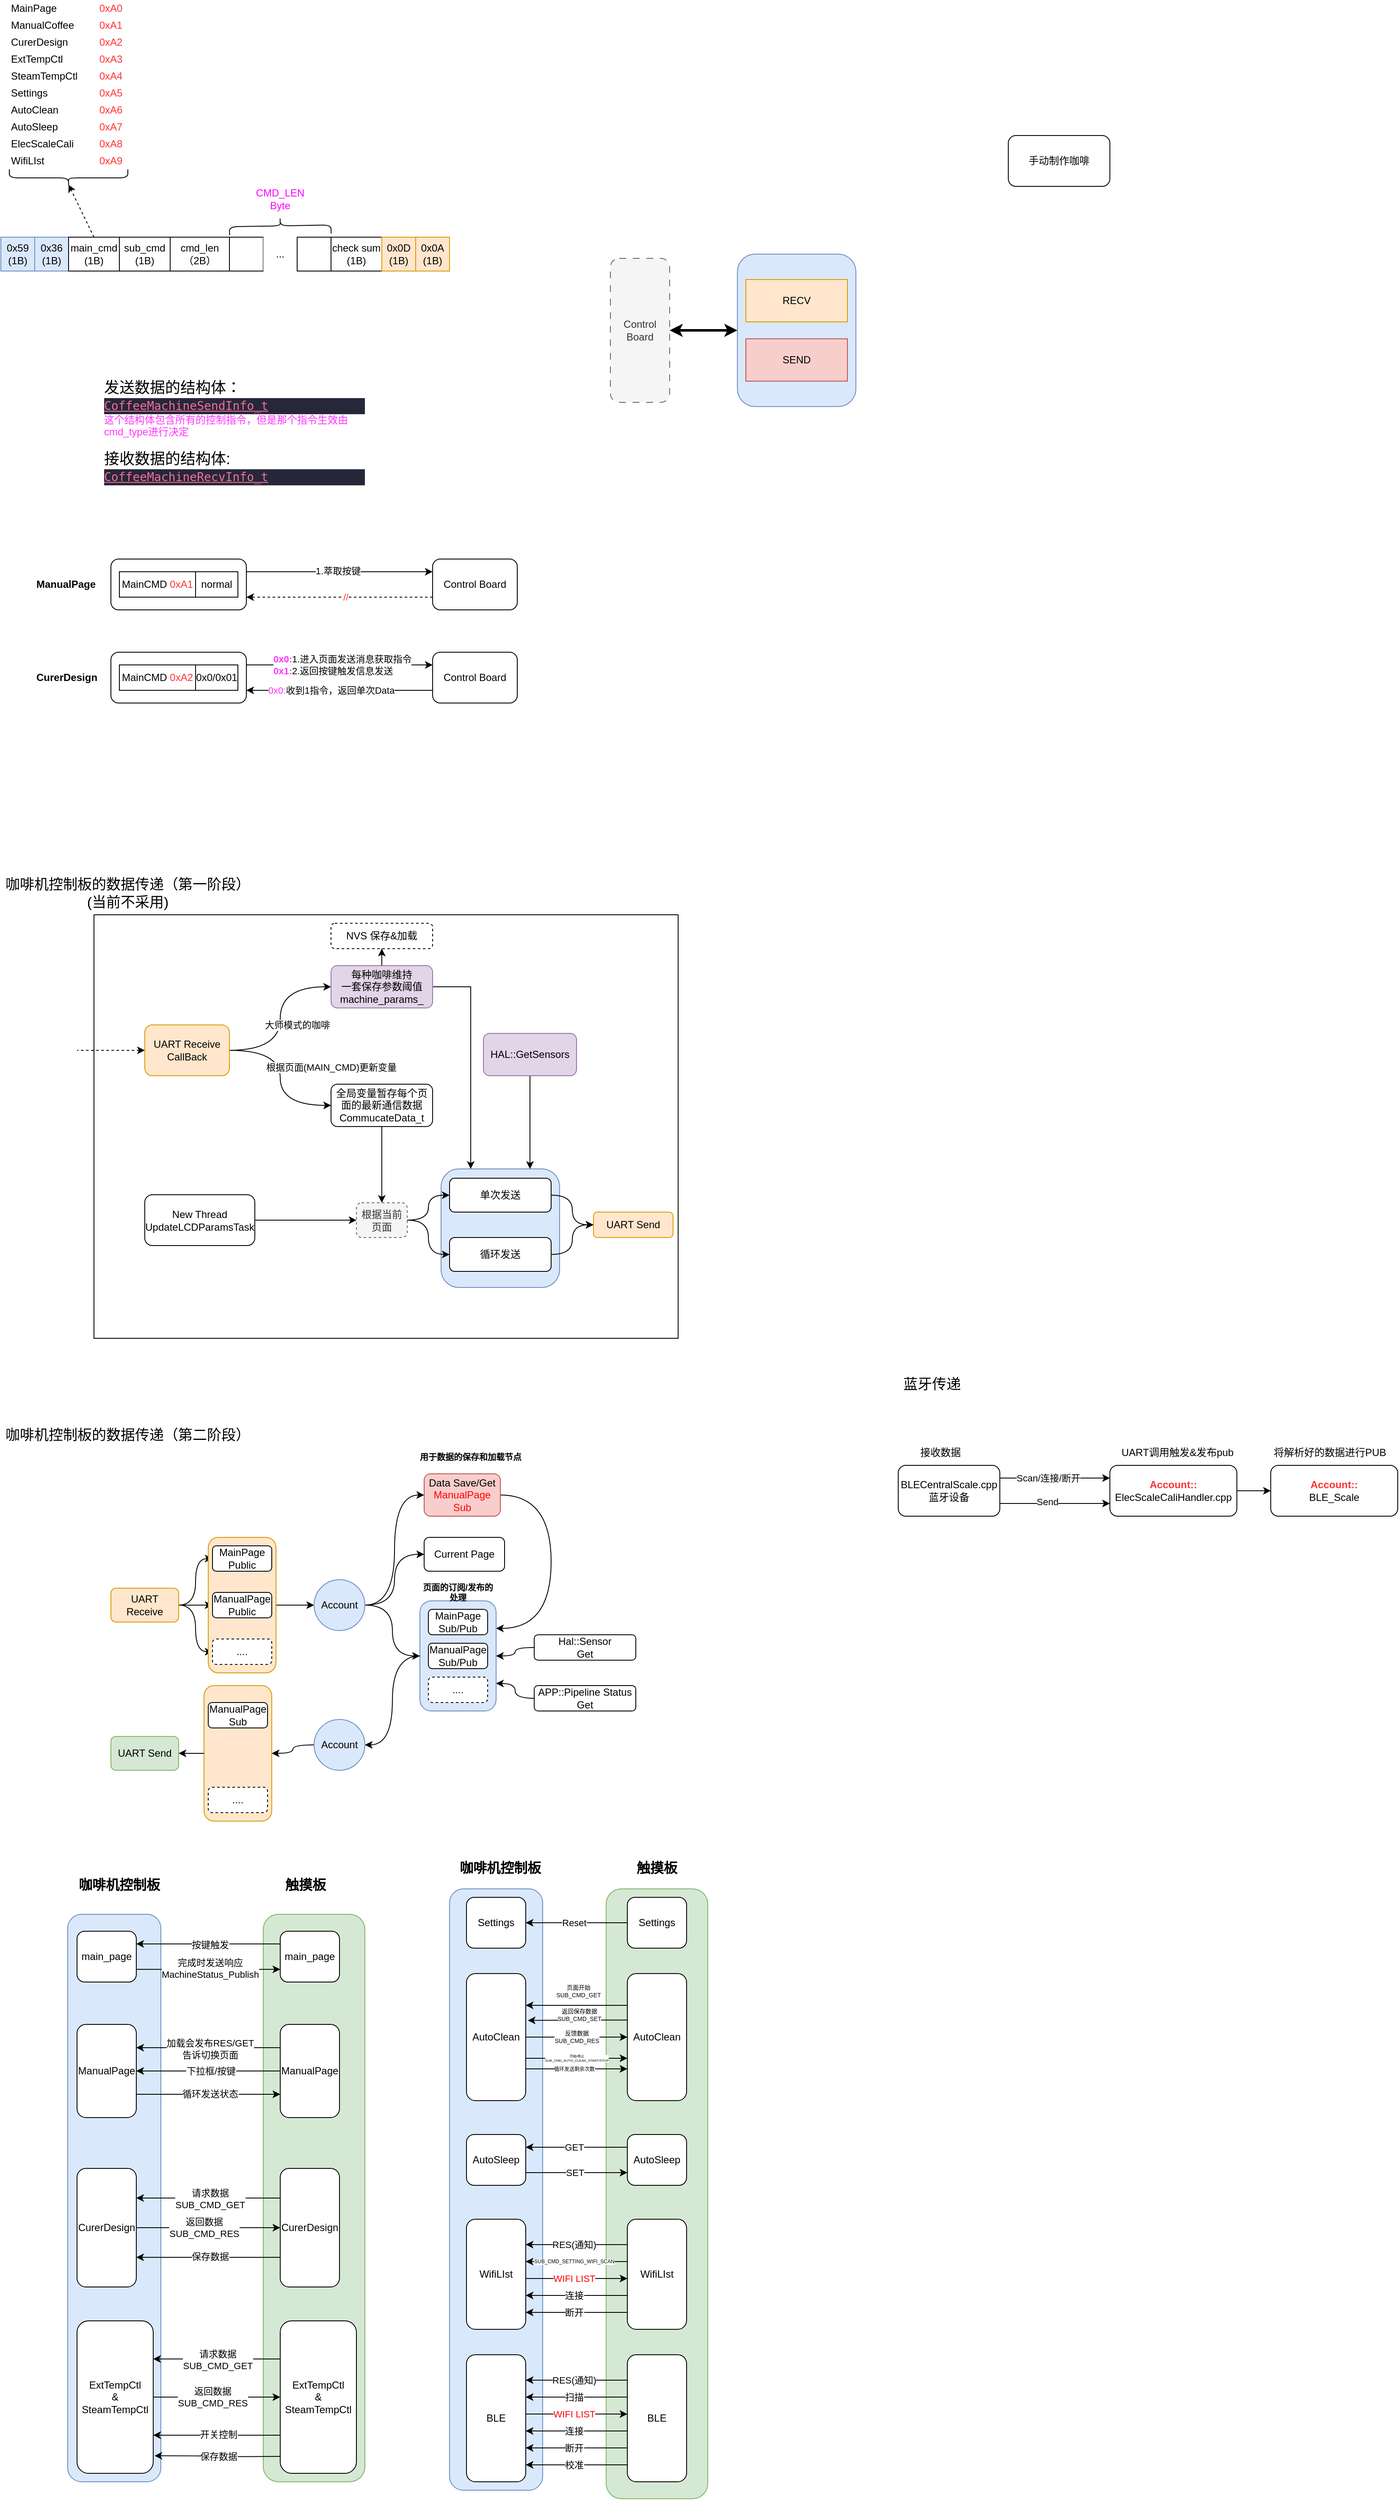
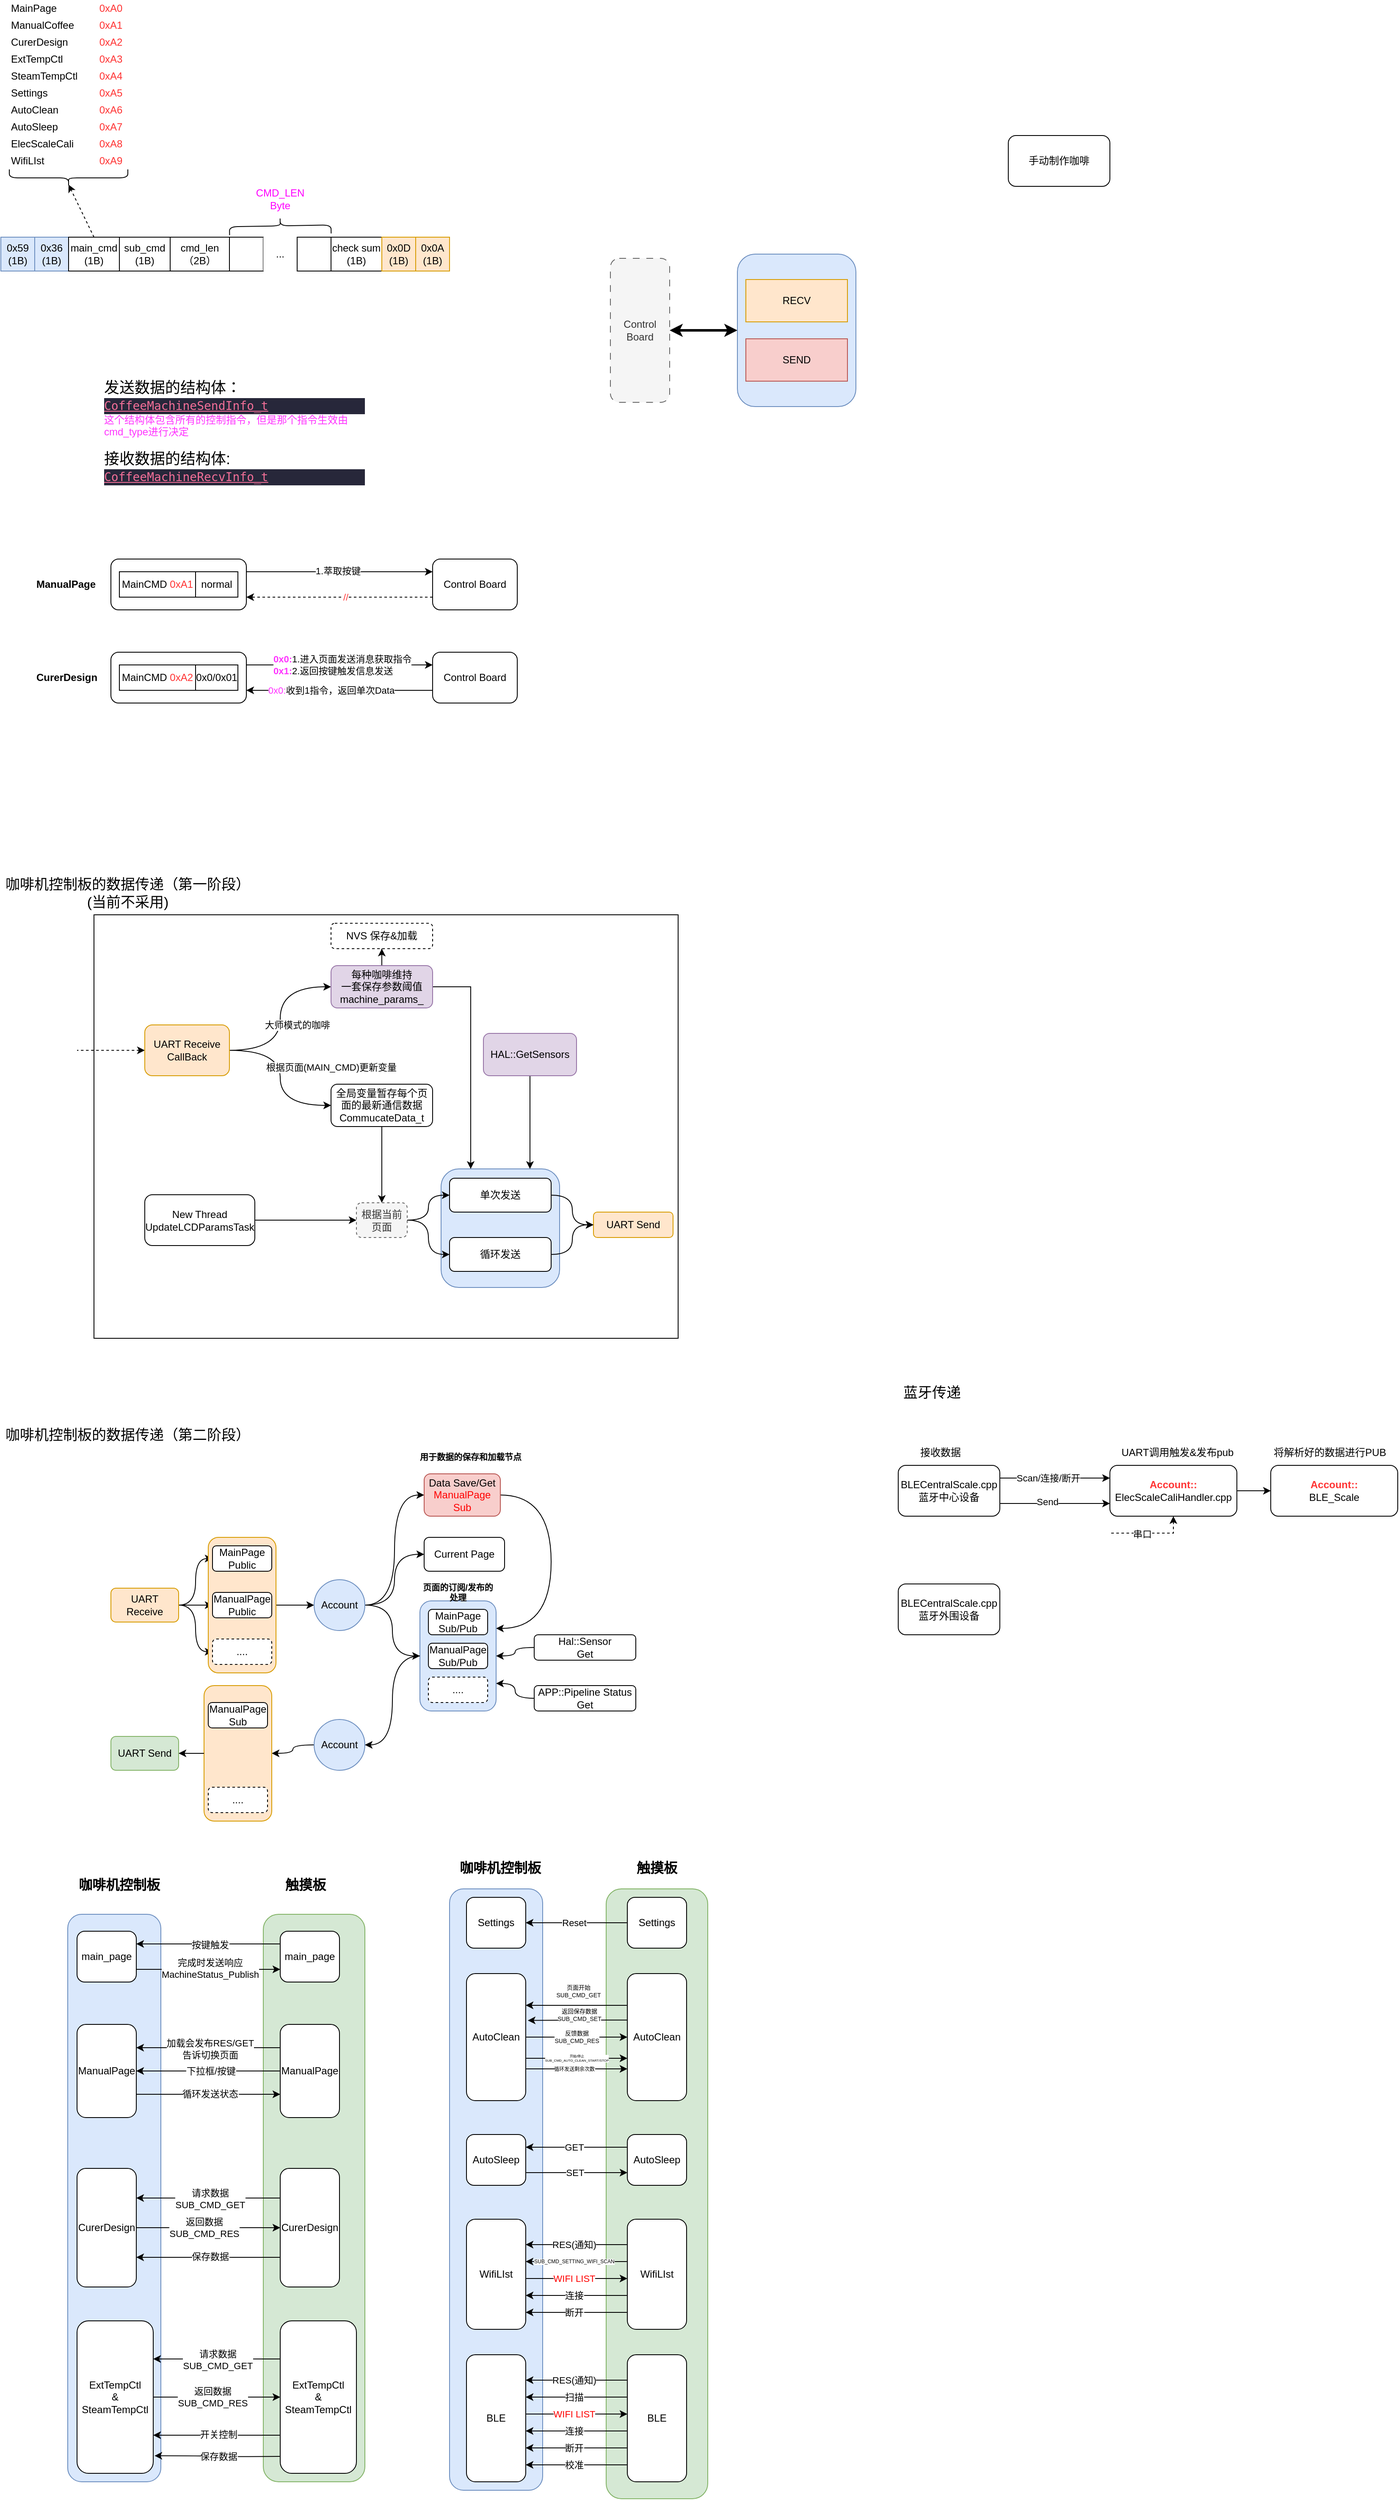
<mxfile host="app.diagrams.net" agent="Mozilla/5.0 (X11; Linux x86_64) AppleWebKit/537.36 (KHTML, like Gecko) Chrome/140.0.0.0 Safari/537.36" version="29.6.0">
  <diagram name="第 1 页" id="YS_H6mL25fh3fKIpdfkU">
-     <mxGraphModel dx="663" dy="368" grid="1" gridSize="10" guides="1" tooltips="1" connect="1" arrows="1" fold="1" page="1" pageScale="1" pageWidth="2339" pageHeight="3300" math="0" shadow="0">
+     <mxGraphModel dx="320" dy="178" grid="1" gridSize="10" guides="1" tooltips="1" connect="1" arrows="1" fold="1" page="1" pageScale="1" pageWidth="2339" pageHeight="3300" math="0" shadow="0">
      <root>
        <mxCell id="0" />
        <mxCell id="1" parent="0" />
        <mxCell id="So0UA55S36cV1F2LpzZS-79" parent="1" style="rounded=1;whiteSpace=wrap;html=1;fillColor=#dae8fc;strokeColor=#6c8ebf;" value="" vertex="1">
          <mxGeometry height="710" width="110" x="540" y="2430" as="geometry" />
        </mxCell>
        <mxCell id="So0UA55S36cV1F2LpzZS-78" parent="1" style="rounded=1;whiteSpace=wrap;html=1;fillColor=#d5e8d4;strokeColor=#82b366;" value="" vertex="1">
          <mxGeometry height="720" width="120" x="725" y="2430" as="geometry" />
        </mxCell>
        <mxCell id="So0UA55S36cV1F2LpzZS-27" parent="1" style="rounded=1;whiteSpace=wrap;html=1;fillColor=#d5e8d4;strokeColor=#82b366;" value="" vertex="1">
          <mxGeometry height="670" width="120" x="320" y="2460" as="geometry" />
        </mxCell>
        <mxCell id="So0UA55S36cV1F2LpzZS-26" parent="1" style="rounded=1;whiteSpace=wrap;html=1;fillColor=#dae8fc;strokeColor=#6c8ebf;" value="" vertex="1">
          <mxGeometry height="670" width="110" x="89" y="2460" as="geometry" />
        </mxCell>
        <mxCell id="2UAaex6_is9iRHGtf3RM-1" parent="1" style="rounded=0;whiteSpace=wrap;html=1;" value="" vertex="1">
          <mxGeometry height="500" width="690" x="120" y="1280" as="geometry" />
        </mxCell>
        <mxCell id="QHgMQiRaE8kp91t9TFko-46" edge="1" parent="1" source="QHgMQiRaE8kp91t9TFko-44" style="edgeStyle=orthogonalEdgeStyle;curved=1;rounded=0;orthogonalLoop=1;jettySize=auto;html=1;exitX=1;exitY=0.5;exitDx=0;exitDy=0;entryX=0;entryY=0.5;entryDx=0;entryDy=0;" target="QHgMQiRaE8kp91t9TFko-20">
          <mxGeometry relative="1" as="geometry" />
        </mxCell>
        <mxCell id="QHgMQiRaE8kp91t9TFko-8" parent="1" style="rounded=1;whiteSpace=wrap;html=1;fillColor=#dae8fc;strokeColor=#6c8ebf;" value="" vertex="1">
          <mxGeometry height="140" width="140" x="530" y="1580" as="geometry" />
        </mxCell>
        <mxCell id="LW7SI0gk3JkEk94tFt96-5" edge="1" parent="1" source="LW7SI0gk3JkEk94tFt96-3" style="edgeStyle=orthogonalEdgeStyle;rounded=0;orthogonalLoop=1;jettySize=auto;html=1;exitX=1;exitY=0.25;exitDx=0;exitDy=0;entryX=0;entryY=0.25;entryDx=0;entryDy=0;" target="LW7SI0gk3JkEk94tFt96-4">
          <mxGeometry relative="1" as="geometry" />
        </mxCell>
        <mxCell id="LW7SI0gk3JkEk94tFt96-7" connectable="0" parent="LW7SI0gk3JkEk94tFt96-5" style="edgeLabel;html=1;align=center;verticalAlign=middle;resizable=0;points=[];" value="1.萃取按键" vertex="1">
          <mxGeometry relative="1" x="-0.0226" y="1" as="geometry">
            <mxPoint as="offset" />
          </mxGeometry>
        </mxCell>
        <mxCell id="LW7SI0gk3JkEk94tFt96-3" parent="1" style="rounded=1;whiteSpace=wrap;html=1;" value="" vertex="1">
          <mxGeometry height="60" width="160" x="140" y="860" as="geometry" />
        </mxCell>
        <mxCell id="E0zu7Y5M0wVkiJI-4bCJ-4" parent="1" style="rounded=1;whiteSpace=wrap;html=1;fillColor=#dae8fc;strokeColor=#6c8ebf;" value="" vertex="1">
          <mxGeometry height="180" width="140" x="880" y="500" as="geometry" />
        </mxCell>
        <mxCell id="ZfkO5bAba6AxOlsboeHB-1" parent="1" style="rounded=0;whiteSpace=wrap;html=1;fillColor=#dae8fc;strokeColor=#6c8ebf;" value="0x59&lt;br&gt;(1B)" vertex="1">
          <mxGeometry height="40" width="40" x="10" y="480" as="geometry" />
        </mxCell>
        <mxCell id="ZfkO5bAba6AxOlsboeHB-2" parent="1" style="rounded=0;whiteSpace=wrap;html=1;fillColor=#dae8fc;strokeColor=#6c8ebf;" value="0x36&lt;br&gt;(1B)" vertex="1">
          <mxGeometry height="40" width="40" x="50" y="480" as="geometry" />
        </mxCell>
        <mxCell id="ZfkO5bAba6AxOlsboeHB-3" parent="1" style="rounded=0;whiteSpace=wrap;html=1;" value="cmd_len&lt;br&gt;（2B）" vertex="1">
          <mxGeometry height="40" width="70" x="210" y="480" as="geometry" />
        </mxCell>
        <mxCell id="wmODB4DJ2BbZmpBUl9iy-1" parent="1" style="rounded=0;whiteSpace=wrap;html=1;" value="sub_cmd&lt;br&gt;(1B)" vertex="1">
          <mxGeometry height="40" width="60" x="150" y="480" as="geometry" />
        </mxCell>
        <mxCell id="wmODB4DJ2BbZmpBUl9iy-3" parent="1" style="rounded=0;whiteSpace=wrap;html=1;" value="" vertex="1">
          <mxGeometry height="40" width="40" x="280" y="480" as="geometry" />
        </mxCell>
        <mxCell id="wmODB4DJ2BbZmpBUl9iy-4" parent="1" style="rounded=0;whiteSpace=wrap;html=1;gradientColor=none;strokeColor=none;" value="..." vertex="1">
          <mxGeometry height="40" width="40" x="320" y="480" as="geometry" />
        </mxCell>
        <mxCell id="wmODB4DJ2BbZmpBUl9iy-5" parent="1" style="rounded=0;whiteSpace=wrap;html=1;" value="" vertex="1">
          <mxGeometry height="40" width="40" x="360" y="480" as="geometry" />
        </mxCell>
        <mxCell id="wmODB4DJ2BbZmpBUl9iy-6" parent="1" style="rounded=0;whiteSpace=wrap;html=1;" value="check sum&lt;br&gt;(1B)" vertex="1">
          <mxGeometry height="40" width="60" x="400" y="480" as="geometry" />
        </mxCell>
        <mxCell id="wmODB4DJ2BbZmpBUl9iy-7" parent="1" style="shape=curlyBracket;whiteSpace=wrap;html=1;rounded=1;labelPosition=left;verticalLabelPosition=middle;align=right;verticalAlign=middle;rotation=89;" value="" vertex="1">
          <mxGeometry height="120" width="20" x="330" y="406.65" as="geometry" />
        </mxCell>
        <mxCell id="wmODB4DJ2BbZmpBUl9iy-8" parent="1" style="text;html=1;whiteSpace=wrap;strokeColor=none;fillColor=none;align=center;verticalAlign=middle;rounded=0;fontColor=#FF00FF;" value="CMD_LEN Byte" vertex="1">
          <mxGeometry height="30" width="60" x="310" y="420" as="geometry" />
        </mxCell>
        <mxCell id="wmODB4DJ2BbZmpBUl9iy-9" parent="1" style="rounded=0;whiteSpace=wrap;html=1;fillColor=#ffe6cc;strokeColor=#d79b00;" value="0x0D&lt;br&gt;(1B)" vertex="1">
          <mxGeometry height="40" width="40" x="460" y="480" as="geometry" />
        </mxCell>
        <mxCell id="wmODB4DJ2BbZmpBUl9iy-10" parent="1" style="rounded=0;whiteSpace=wrap;html=1;fillColor=#ffe6cc;strokeColor=#d79b00;" value="0x0A&lt;br&gt;(1B)" vertex="1">
          <mxGeometry height="40" width="40" x="500" y="480" as="geometry" />
        </mxCell>
        <mxCell id="E0zu7Y5M0wVkiJI-4bCJ-1" parent="1" style="text;html=1;whiteSpace=wrap;strokeColor=none;fillColor=none;align=left;verticalAlign=middle;rounded=0;" value="&lt;font style=&quot;font-size: 18px;&quot;&gt;发送数据的结构体：&lt;/font&gt;&lt;br&gt;&lt;div style=&quot;color: rgb(252, 246, 255); background-color: rgb(39, 39, 58); font-family: &amp;quot;Droid Sans Mono&amp;quot;, &amp;quot;monospace&amp;quot;, monospace; font-size: 14px; line-height: 19px; white-space: pre;&quot;&gt;&lt;span style=&quot;color: rgb(243, 111, 152); text-decoration-line: underline;&quot;&gt;CoffeeMachineSendInfo_t&lt;/span&gt;&lt;/div&gt;&lt;font style=&quot;color: rgb(255, 51, 255);&quot;&gt;这个结构体包含所有的控制指令，但是那个指令生效由cmd_type进行决定&lt;/font&gt;&lt;br&gt;&lt;br&gt;&lt;font style=&quot;font-size: 18px;&quot;&gt;接收数据的结构体:&lt;/font&gt;&lt;br&gt;&lt;div style=&quot;color: rgb(252, 246, 255); background-color: rgb(39, 39, 58); font-family: &amp;quot;Droid Sans Mono&amp;quot;, &amp;quot;monospace&amp;quot;, monospace; font-size: 14px; line-height: 19px; white-space: pre;&quot;&gt;&lt;span style=&quot;color: rgb(243, 111, 152); text-decoration-line: underline;&quot;&gt;CoffeeMachineRecvInfo_t&lt;/span&gt;&lt;/div&gt;" vertex="1">
          <mxGeometry height="200" width="310" x="130" y="610" as="geometry" />
        </mxCell>
        <mxCell id="E0zu7Y5M0wVkiJI-4bCJ-2" parent="1" style="rounded=0;whiteSpace=wrap;html=1;fillColor=#ffe6cc;strokeColor=#d79b00;" value="RECV" vertex="1">
          <mxGeometry height="50" width="120" x="890" y="530" as="geometry" />
        </mxCell>
        <mxCell id="E0zu7Y5M0wVkiJI-4bCJ-3" parent="1" style="rounded=0;whiteSpace=wrap;html=1;fillColor=#f8cecc;strokeColor=#b85450;" value="SEND" vertex="1">
          <mxGeometry height="50" width="120" x="890" y="600" as="geometry" />
        </mxCell>
        <mxCell id="E0zu7Y5M0wVkiJI-4bCJ-6" edge="1" parent="1" source="E0zu7Y5M0wVkiJI-4bCJ-5" style="edgeStyle=orthogonalEdgeStyle;rounded=0;orthogonalLoop=1;jettySize=auto;html=1;exitX=1;exitY=0.5;exitDx=0;exitDy=0;entryX=0;entryY=0.5;entryDx=0;entryDy=0;startArrow=classic;startFill=1;strokeWidth=3;" target="E0zu7Y5M0wVkiJI-4bCJ-4">
          <mxGeometry relative="1" as="geometry" />
        </mxCell>
        <mxCell id="E0zu7Y5M0wVkiJI-4bCJ-5" parent="1" style="rounded=1;whiteSpace=wrap;html=1;rotation=0;dashed=1;dashPattern=8 8;fillColor=#f5f5f5;fontColor=#333333;strokeColor=#666666;" value="Control Board" vertex="1">
          <mxGeometry height="170" width="70" x="730" y="505" as="geometry" />
        </mxCell>
        <mxCell id="E0zu7Y5M0wVkiJI-4bCJ-7" parent="1" style="rounded=1;whiteSpace=wrap;html=1;" value="手动制作咖啡" vertex="1">
          <mxGeometry height="60" width="120" x="1200" y="360" as="geometry" />
        </mxCell>
        <mxCell id="E0zu7Y5M0wVkiJI-4bCJ-13" parent="1" style="rounded=0;whiteSpace=wrap;html=1;" value="main_cmd&lt;br&gt;(1B)" vertex="1">
          <mxGeometry height="40" width="60" x="90" y="480" as="geometry" />
        </mxCell>
        <mxCell id="E0zu7Y5M0wVkiJI-4bCJ-14" parent="1" style="text;html=1;whiteSpace=wrap;strokeColor=none;fillColor=none;align=left;verticalAlign=middle;rounded=0;" value="MainPage" vertex="1">
          <mxGeometry height="20" width="60" x="20" y="200" as="geometry" />
        </mxCell>
        <mxCell id="E0zu7Y5M0wVkiJI-4bCJ-15" parent="1" style="text;html=1;whiteSpace=wrap;strokeColor=none;fillColor=none;align=left;verticalAlign=middle;rounded=0;" value="ManualCoffee" vertex="1">
          <mxGeometry height="20" width="80" x="20" y="220" as="geometry" />
        </mxCell>
        <mxCell id="E0zu7Y5M0wVkiJI-4bCJ-16" parent="1" style="text;html=1;whiteSpace=wrap;strokeColor=none;fillColor=none;align=left;verticalAlign=middle;rounded=0;" value="CurerDesign" vertex="1">
          <mxGeometry height="20" width="70" x="20" y="240" as="geometry" />
        </mxCell>
        <mxCell id="E0zu7Y5M0wVkiJI-4bCJ-17" parent="1" style="text;html=1;whiteSpace=wrap;strokeColor=none;fillColor=none;align=left;verticalAlign=middle;rounded=0;" value="ExtTempCtl" vertex="1">
          <mxGeometry height="20" width="70" x="20" y="260" as="geometry" />
        </mxCell>
        <mxCell id="E0zu7Y5M0wVkiJI-4bCJ-18" parent="1" style="text;html=1;whiteSpace=wrap;strokeColor=none;fillColor=none;align=left;verticalAlign=middle;rounded=0;" value="SteamTempCtl" vertex="1">
          <mxGeometry height="20" width="80" x="20" y="280" as="geometry" />
        </mxCell>
        <mxCell id="E0zu7Y5M0wVkiJI-4bCJ-19" parent="1" style="text;html=1;whiteSpace=wrap;strokeColor=none;fillColor=none;align=left;verticalAlign=middle;rounded=0;" value="Settings" vertex="1">
          <mxGeometry height="20" width="80" x="20" y="300" as="geometry" />
        </mxCell>
        <mxCell id="E0zu7Y5M0wVkiJI-4bCJ-20" parent="1" style="text;html=1;whiteSpace=wrap;strokeColor=none;fillColor=none;align=left;verticalAlign=middle;rounded=0;" value="AutoClean" vertex="1">
          <mxGeometry height="20" width="80" x="20" y="320" as="geometry" />
        </mxCell>
        <mxCell id="E0zu7Y5M0wVkiJI-4bCJ-21" parent="1" style="text;html=1;whiteSpace=wrap;strokeColor=none;fillColor=none;align=left;verticalAlign=middle;rounded=0;" value="AutoSleep" vertex="1">
          <mxGeometry height="20" width="80" x="20" y="340" as="geometry" />
        </mxCell>
        <mxCell id="E0zu7Y5M0wVkiJI-4bCJ-22" parent="1" style="text;html=1;whiteSpace=wrap;strokeColor=none;fillColor=none;align=left;verticalAlign=middle;rounded=0;" value="WifiLIst" vertex="1">
          <mxGeometry height="20" width="80" x="20" y="380" as="geometry" />
        </mxCell>
        <mxCell id="E0zu7Y5M0wVkiJI-4bCJ-23" parent="1" style="text;html=1;whiteSpace=wrap;strokeColor=none;fillColor=none;align=left;verticalAlign=middle;rounded=0;" value="ElecScaleCali" vertex="1">
          <mxGeometry height="20" width="80" x="20" y="360" as="geometry" />
        </mxCell>
        <mxCell id="E0zu7Y5M0wVkiJI-4bCJ-24" parent="1" style="text;html=1;whiteSpace=wrap;strokeColor=none;fillColor=none;align=center;verticalAlign=middle;rounded=0;fontColor=#FF3333;" value="0xA0" vertex="1">
          <mxGeometry height="15" width="60" x="110" y="202.5" as="geometry" />
        </mxCell>
        <mxCell id="E0zu7Y5M0wVkiJI-4bCJ-25" parent="1" style="text;html=1;whiteSpace=wrap;strokeColor=none;fillColor=none;align=center;verticalAlign=middle;rounded=0;fontColor=#FF3333;" value="0xA1" vertex="1">
          <mxGeometry height="15" width="60" x="110" y="222.5" as="geometry" />
        </mxCell>
        <mxCell id="E0zu7Y5M0wVkiJI-4bCJ-26" parent="1" style="text;html=1;whiteSpace=wrap;strokeColor=none;fillColor=none;align=center;verticalAlign=middle;rounded=0;fontColor=#FF3333;" value="0xA2" vertex="1">
          <mxGeometry height="15" width="60" x="110" y="242.5" as="geometry" />
        </mxCell>
        <mxCell id="E0zu7Y5M0wVkiJI-4bCJ-27" parent="1" style="text;html=1;whiteSpace=wrap;strokeColor=none;fillColor=none;align=center;verticalAlign=middle;rounded=0;fontColor=#FF3333;" value="0xA3" vertex="1">
          <mxGeometry height="15" width="60" x="110" y="262.5" as="geometry" />
        </mxCell>
        <mxCell id="E0zu7Y5M0wVkiJI-4bCJ-28" parent="1" style="text;html=1;whiteSpace=wrap;strokeColor=none;fillColor=none;align=center;verticalAlign=middle;rounded=0;fontColor=#FF3333;" value="0xA4" vertex="1">
          <mxGeometry height="15" width="60" x="110" y="282.5" as="geometry" />
        </mxCell>
        <mxCell id="E0zu7Y5M0wVkiJI-4bCJ-29" parent="1" style="text;html=1;whiteSpace=wrap;strokeColor=none;fillColor=none;align=center;verticalAlign=middle;rounded=0;fontColor=#FF3333;" value="0xA5" vertex="1">
          <mxGeometry height="15" width="60" x="110" y="302.5" as="geometry" />
        </mxCell>
        <mxCell id="E0zu7Y5M0wVkiJI-4bCJ-30" parent="1" style="text;html=1;whiteSpace=wrap;strokeColor=none;fillColor=none;align=center;verticalAlign=middle;rounded=0;fontColor=#FF3333;" value="0xA6" vertex="1">
          <mxGeometry height="15" width="60" x="110" y="322.5" as="geometry" />
        </mxCell>
        <mxCell id="E0zu7Y5M0wVkiJI-4bCJ-31" parent="1" style="text;html=1;whiteSpace=wrap;strokeColor=none;fillColor=none;align=center;verticalAlign=middle;rounded=0;fontColor=#FF3333;" value="0xA7" vertex="1">
          <mxGeometry height="15" width="60" x="110" y="342.5" as="geometry" />
        </mxCell>
        <mxCell id="E0zu7Y5M0wVkiJI-4bCJ-32" parent="1" style="text;html=1;whiteSpace=wrap;strokeColor=none;fillColor=none;align=center;verticalAlign=middle;rounded=0;fontColor=#FF3333;" value="0xA8" vertex="1">
          <mxGeometry height="15" width="60" x="110" y="362.5" as="geometry" />
        </mxCell>
        <mxCell id="E0zu7Y5M0wVkiJI-4bCJ-33" parent="1" style="text;html=1;whiteSpace=wrap;strokeColor=none;fillColor=none;align=center;verticalAlign=middle;rounded=0;fontColor=#FF3333;" value="0xA9" vertex="1">
          <mxGeometry height="15" width="60" x="110" y="382.5" as="geometry" />
        </mxCell>
        <mxCell id="E0zu7Y5M0wVkiJI-4bCJ-34" parent="1" style="shape=curlyBracket;whiteSpace=wrap;html=1;rounded=1;labelPosition=left;verticalLabelPosition=middle;align=right;verticalAlign=middle;rotation=-90;" value="" vertex="1">
          <mxGeometry height="140" width="20" x="80" y="340" as="geometry" />
        </mxCell>
        <mxCell id="E0zu7Y5M0wVkiJI-4bCJ-36" edge="1" parent="1" source="E0zu7Y5M0wVkiJI-4bCJ-13" style="rounded=0;orthogonalLoop=1;jettySize=auto;html=1;exitX=0.5;exitY=0;exitDx=0;exitDy=0;entryX=0.1;entryY=0.5;entryDx=0;entryDy=0;entryPerimeter=0;dashed=1;" target="E0zu7Y5M0wVkiJI-4bCJ-34">
          <mxGeometry relative="1" as="geometry" />
        </mxCell>
        <mxCell id="E0zu7Y5M0wVkiJI-4bCJ-37" parent="1" style="text;html=1;whiteSpace=wrap;strokeColor=none;fillColor=none;align=left;verticalAlign=middle;rounded=0;fontStyle=1" value="ManualPage" vertex="1">
          <mxGeometry height="20" width="60" x="50" y="880" as="geometry" />
        </mxCell>
        <mxCell id="LW7SI0gk3JkEk94tFt96-1" parent="1" style="rounded=0;whiteSpace=wrap;html=1;" value="&lt;span style=&quot;text-align: left;&quot;&gt;MainCMD&amp;nbsp;&lt;/span&gt;&lt;span style=&quot;color: rgb(255, 51, 51);&quot;&gt;0xA1&lt;/span&gt;" vertex="1">
          <mxGeometry height="30" width="90" x="150" y="875" as="geometry" />
        </mxCell>
        <mxCell id="LW7SI0gk3JkEk94tFt96-2" parent="1" style="rounded=0;whiteSpace=wrap;html=1;" value="&lt;div style=&quot;text-align: left;&quot;&gt;normal&lt;/div&gt;" vertex="1">
          <mxGeometry height="30" width="50" x="240" y="875" as="geometry" />
        </mxCell>
        <mxCell id="LW7SI0gk3JkEk94tFt96-6" edge="1" parent="1" source="LW7SI0gk3JkEk94tFt96-4" style="edgeStyle=orthogonalEdgeStyle;rounded=0;orthogonalLoop=1;jettySize=auto;html=1;exitX=0;exitY=0.75;exitDx=0;exitDy=0;entryX=1;entryY=0.75;entryDx=0;entryDy=0;dashed=1;" target="LW7SI0gk3JkEk94tFt96-3">
          <mxGeometry relative="1" as="geometry" />
        </mxCell>
        <mxCell id="LW7SI0gk3JkEk94tFt96-8" connectable="0" parent="LW7SI0gk3JkEk94tFt96-6" style="edgeLabel;html=1;align=center;verticalAlign=middle;resizable=0;points=[];" value="&lt;font style=&quot;color: rgb(255, 51, 51);&quot;&gt;//&lt;/font&gt;" vertex="1">
          <mxGeometry relative="1" x="-0.0607" as="geometry">
            <mxPoint as="offset" />
          </mxGeometry>
        </mxCell>
        <mxCell id="LW7SI0gk3JkEk94tFt96-4" parent="1" style="rounded=1;whiteSpace=wrap;html=1;" value="Control Board" vertex="1">
          <mxGeometry height="60" width="100" x="520" y="860" as="geometry" />
        </mxCell>
        <mxCell id="LW7SI0gk3JkEk94tFt96-9" edge="1" parent="1" source="LW7SI0gk3JkEk94tFt96-11" style="edgeStyle=orthogonalEdgeStyle;rounded=0;orthogonalLoop=1;jettySize=auto;html=1;exitX=1;exitY=0.25;exitDx=0;exitDy=0;entryX=0;entryY=0.25;entryDx=0;entryDy=0;" target="LW7SI0gk3JkEk94tFt96-17">
          <mxGeometry relative="1" as="geometry" />
        </mxCell>
        <mxCell id="LW7SI0gk3JkEk94tFt96-10" connectable="0" parent="LW7SI0gk3JkEk94tFt96-9" style="edgeLabel;html=1;align=left;verticalAlign=middle;resizable=0;points=[];" value="&lt;b&gt;&lt;font style=&quot;color: rgb(255, 51, 255);&quot;&gt;0x0:&lt;/font&gt;&lt;/b&gt;1.进入页面发送消息获取指令&lt;br&gt;&lt;b&gt;&lt;font style=&quot;color: rgb(255, 51, 255);&quot;&gt;0x1:&lt;/font&gt;&lt;/b&gt;2.返回按键触发信息发送" vertex="1">
          <mxGeometry relative="1" x="-0.0226" y="1" as="geometry">
            <mxPoint x="-78" y="1" as="offset" />
          </mxGeometry>
        </mxCell>
        <mxCell id="LW7SI0gk3JkEk94tFt96-11" parent="1" style="rounded=1;whiteSpace=wrap;html=1;" value="" vertex="1">
          <mxGeometry height="60" width="160" x="140" y="970" as="geometry" />
        </mxCell>
        <mxCell id="LW7SI0gk3JkEk94tFt96-12" parent="1" style="text;html=1;whiteSpace=wrap;strokeColor=none;fillColor=none;align=left;verticalAlign=middle;rounded=0;fontStyle=1" value="CurerDesign" vertex="1">
          <mxGeometry height="20" width="60" x="50" y="990" as="geometry" />
        </mxCell>
        <mxCell id="LW7SI0gk3JkEk94tFt96-13" parent="1" style="rounded=0;whiteSpace=wrap;html=1;" value="&lt;span style=&quot;text-align: left;&quot;&gt;MainCMD&amp;nbsp;&lt;/span&gt;&lt;span style=&quot;color: rgb(255, 51, 51);&quot;&gt;0xA2&lt;/span&gt;" vertex="1">
          <mxGeometry height="30" width="90" x="150" y="985" as="geometry" />
        </mxCell>
        <mxCell id="LW7SI0gk3JkEk94tFt96-14" parent="1" style="rounded=0;whiteSpace=wrap;html=1;" value="&lt;div style=&quot;text-align: left;&quot;&gt;0x0/0x01&lt;/div&gt;" vertex="1">
          <mxGeometry height="30" width="50" x="240" y="985" as="geometry" />
        </mxCell>
        <mxCell id="LW7SI0gk3JkEk94tFt96-15" edge="1" parent="1" source="LW7SI0gk3JkEk94tFt96-17" style="edgeStyle=orthogonalEdgeStyle;rounded=0;orthogonalLoop=1;jettySize=auto;html=1;exitX=0;exitY=0.75;exitDx=0;exitDy=0;entryX=1;entryY=0.75;entryDx=0;entryDy=0;" target="LW7SI0gk3JkEk94tFt96-11">
          <mxGeometry relative="1" as="geometry" />
        </mxCell>
        <mxCell id="LW7SI0gk3JkEk94tFt96-20" connectable="0" parent="LW7SI0gk3JkEk94tFt96-15" style="edgeLabel;html=1;align=center;verticalAlign=middle;resizable=0;points=[];" value="&lt;font style=&quot;color: rgb(255, 51, 255);&quot;&gt;0x0:&lt;/font&gt;收到1指令，返回单次Data" vertex="1">
          <mxGeometry relative="1" x="0.2375" y="-1" as="geometry">
            <mxPoint x="16" y="1" as="offset" />
          </mxGeometry>
        </mxCell>
        <mxCell id="LW7SI0gk3JkEk94tFt96-17" parent="1" style="rounded=1;whiteSpace=wrap;html=1;" value="Control Board" vertex="1">
          <mxGeometry height="60" width="100" x="520" y="970" as="geometry" />
        </mxCell>
        <mxCell id="J33PR6cPvQYWGb48CCDG-5" edge="1" parent="1" source="J33PR6cPvQYWGb48CCDG-1" style="edgeStyle=orthogonalEdgeStyle;rounded=0;orthogonalLoop=1;jettySize=auto;html=1;exitX=0;exitY=0.5;exitDx=0;exitDy=0;startArrow=classic;startFill=1;endArrow=none;endFill=0;dashed=1;">
          <mxGeometry relative="1" as="geometry">
            <Array as="points">
              <mxPoint x="100" y="1440" />
            </Array>
            <mxPoint x="100" y="1440" as="targetPoint" />
          </mxGeometry>
        </mxCell>
        <mxCell id="J33PR6cPvQYWGb48CCDG-8" edge="1" parent="1" source="J33PR6cPvQYWGb48CCDG-1" style="edgeStyle=orthogonalEdgeStyle;rounded=0;orthogonalLoop=1;jettySize=auto;html=1;exitX=1;exitY=0.5;exitDx=0;exitDy=0;entryX=0;entryY=0.5;entryDx=0;entryDy=0;curved=1;" target="J33PR6cPvQYWGb48CCDG-7">
          <mxGeometry relative="1" as="geometry" />
        </mxCell>
        <mxCell id="J33PR6cPvQYWGb48CCDG-9" connectable="0" parent="J33PR6cPvQYWGb48CCDG-8" style="edgeLabel;html=1;align=center;verticalAlign=middle;resizable=0;points=[];" value="根据页面(MAIN_CMD)更新变量" vertex="1">
          <mxGeometry relative="1" x="0.0044" y="-3" as="geometry">
            <mxPoint x="63" y="-13" as="offset" />
          </mxGeometry>
        </mxCell>
        <mxCell id="J33PR6cPvQYWGb48CCDG-11" edge="1" parent="1" source="J33PR6cPvQYWGb48CCDG-1" style="edgeStyle=orthogonalEdgeStyle;rounded=0;orthogonalLoop=1;jettySize=auto;html=1;exitX=1;exitY=0.5;exitDx=0;exitDy=0;entryX=0;entryY=0.5;entryDx=0;entryDy=0;curved=1;" target="J33PR6cPvQYWGb48CCDG-10">
          <mxGeometry relative="1" as="geometry" />
        </mxCell>
        <mxCell id="J33PR6cPvQYWGb48CCDG-12" connectable="0" parent="J33PR6cPvQYWGb48CCDG-11" style="edgeLabel;html=1;align=center;verticalAlign=middle;resizable=0;points=[];" value="大师模式的咖啡" vertex="1">
          <mxGeometry relative="1" x="-0.0542" y="-3" as="geometry">
            <mxPoint x="17" y="2" as="offset" />
          </mxGeometry>
        </mxCell>
        <mxCell id="J33PR6cPvQYWGb48CCDG-1" parent="1" style="rounded=1;whiteSpace=wrap;html=1;fillColor=#ffe6cc;strokeColor=#d79b00;" value="UART Receive&lt;br&gt;CallBack" vertex="1">
          <mxGeometry height="60" width="100" x="180" y="1410" as="geometry" />
        </mxCell>
        <mxCell id="J33PR6cPvQYWGb48CCDG-2" parent="1" style="text;html=1;whiteSpace=wrap;strokeColor=none;fillColor=none;align=center;verticalAlign=middle;rounded=0;fontSize=17;" value="咖啡机控制板的数据传递（第一阶段）(当前不采用&lt;span style=&quot;background-color: transparent; color: light-dark(rgb(0, 0, 0), rgb(255, 255, 255));&quot;&gt;)&lt;/span&gt;" vertex="1">
          <mxGeometry height="30" width="300" x="10" y="1240" as="geometry" />
        </mxCell>
        <mxCell id="J33PR6cPvQYWGb48CCDG-4" parent="1" style="rounded=1;whiteSpace=wrap;html=1;fillColor=#ffe6cc;strokeColor=#d79b00;" value="UART Send" vertex="1">
          <mxGeometry height="30" width="94" x="710" y="1631" as="geometry" />
        </mxCell>
        <mxCell id="QHgMQiRaE8kp91t9TFko-12" edge="1" parent="1" source="J33PR6cPvQYWGb48CCDG-7" style="edgeStyle=orthogonalEdgeStyle;rounded=0;orthogonalLoop=1;jettySize=auto;html=1;exitX=0.5;exitY=1;exitDx=0;exitDy=0;entryX=0.5;entryY=0;entryDx=0;entryDy=0;curved=1;" target="9MY9XchGhbJzdbUOc_TD-1">
          <mxGeometry relative="1" as="geometry" />
        </mxCell>
        <mxCell id="J33PR6cPvQYWGb48CCDG-7" parent="1" style="rounded=1;whiteSpace=wrap;html=1;" value="全局变量暂存每个页面的最新通信数据&lt;br&gt;CommucateData_t" vertex="1">
          <mxGeometry height="50" width="120" x="400" y="1480" as="geometry" />
        </mxCell>
        <mxCell id="J33PR6cPvQYWGb48CCDG-14" edge="1" parent="1" source="J33PR6cPvQYWGb48CCDG-10" style="edgeStyle=orthogonalEdgeStyle;rounded=0;orthogonalLoop=1;jettySize=auto;html=1;" target="J33PR6cPvQYWGb48CCDG-13" value="">
          <mxGeometry relative="1" as="geometry" />
        </mxCell>
        <mxCell id="QHgMQiRaE8kp91t9TFko-15" edge="1" parent="1" source="J33PR6cPvQYWGb48CCDG-10" style="edgeStyle=orthogonalEdgeStyle;rounded=0;orthogonalLoop=1;jettySize=auto;html=1;exitX=1;exitY=0.5;exitDx=0;exitDy=0;entryX=0.25;entryY=0;entryDx=0;entryDy=0;" target="QHgMQiRaE8kp91t9TFko-8">
          <mxGeometry relative="1" as="geometry" />
        </mxCell>
        <mxCell id="J33PR6cPvQYWGb48CCDG-10" parent="1" style="rounded=1;whiteSpace=wrap;html=1;fillColor=#e1d5e7;strokeColor=#9673a6;" value="每种咖啡维持&lt;br&gt;一套保存参数阈值&lt;br&gt;machine_params_" vertex="1">
          <mxGeometry height="50" width="120" x="400" y="1340" as="geometry" />
        </mxCell>
        <mxCell id="J33PR6cPvQYWGb48CCDG-13" parent="1" style="whiteSpace=wrap;html=1;rounded=1;dashed=1;" value="NVS 保存&amp;amp;加载" vertex="1">
          <mxGeometry height="30" width="120" x="400" y="1290" as="geometry" />
        </mxCell>
        <mxCell id="QHgMQiRaE8kp91t9TFko-3" edge="1" parent="1" source="9MY9XchGhbJzdbUOc_TD-1" style="edgeStyle=orthogonalEdgeStyle;rounded=0;orthogonalLoop=1;jettySize=auto;html=1;exitX=1;exitY=0.5;exitDx=0;exitDy=0;entryX=0;entryY=0.5;entryDx=0;entryDy=0;curved=1;" target="9MY9XchGhbJzdbUOc_TD-2">
          <mxGeometry relative="1" as="geometry" />
        </mxCell>
        <mxCell id="QHgMQiRaE8kp91t9TFko-4" edge="1" parent="1" source="9MY9XchGhbJzdbUOc_TD-1" style="edgeStyle=orthogonalEdgeStyle;rounded=0;orthogonalLoop=1;jettySize=auto;html=1;exitX=1;exitY=0.5;exitDx=0;exitDy=0;entryX=0;entryY=0.5;entryDx=0;entryDy=0;curved=1;" target="QHgMQiRaE8kp91t9TFko-2">
          <mxGeometry relative="1" as="geometry" />
        </mxCell>
        <mxCell id="9MY9XchGhbJzdbUOc_TD-1" parent="1" style="rounded=1;whiteSpace=wrap;html=1;dashed=1;fillColor=#f5f5f5;fontColor=#333333;strokeColor=#666666;" value="根据当前页面" vertex="1">
          <mxGeometry height="41" width="60" x="430" y="1620" as="geometry" />
        </mxCell>
        <mxCell id="QHgMQiRaE8kp91t9TFko-5" edge="1" parent="1" source="9MY9XchGhbJzdbUOc_TD-2" style="edgeStyle=orthogonalEdgeStyle;rounded=0;orthogonalLoop=1;jettySize=auto;html=1;exitX=1;exitY=0.5;exitDx=0;exitDy=0;entryX=0;entryY=0.5;entryDx=0;entryDy=0;curved=1;" target="J33PR6cPvQYWGb48CCDG-4">
          <mxGeometry relative="1" as="geometry" />
        </mxCell>
        <mxCell id="9MY9XchGhbJzdbUOc_TD-2" parent="1" style="rounded=1;whiteSpace=wrap;html=1;" value="单次发送" vertex="1">
          <mxGeometry height="40" width="120" x="540" y="1591" as="geometry" />
        </mxCell>
        <mxCell id="QHgMQiRaE8kp91t9TFko-6" edge="1" parent="1" source="QHgMQiRaE8kp91t9TFko-2" style="edgeStyle=orthogonalEdgeStyle;rounded=0;orthogonalLoop=1;jettySize=auto;html=1;exitX=1;exitY=0.5;exitDx=0;exitDy=0;entryX=0;entryY=0.5;entryDx=0;entryDy=0;curved=1;" target="J33PR6cPvQYWGb48CCDG-4">
          <mxGeometry relative="1" as="geometry" />
        </mxCell>
        <mxCell id="QHgMQiRaE8kp91t9TFko-2" parent="1" style="rounded=1;whiteSpace=wrap;html=1;" value="循环发送" vertex="1">
          <mxGeometry height="40" width="120" x="540" y="1661" as="geometry" />
        </mxCell>
        <mxCell id="QHgMQiRaE8kp91t9TFko-11" edge="1" parent="1" source="QHgMQiRaE8kp91t9TFko-10" style="edgeStyle=orthogonalEdgeStyle;rounded=0;orthogonalLoop=1;jettySize=auto;html=1;exitX=1;exitY=0.5;exitDx=0;exitDy=0;entryX=0;entryY=0.5;entryDx=0;entryDy=0;" target="9MY9XchGhbJzdbUOc_TD-1">
          <mxGeometry relative="1" as="geometry" />
        </mxCell>
        <mxCell id="QHgMQiRaE8kp91t9TFko-10" parent="1" style="rounded=1;whiteSpace=wrap;html=1;" value="New Thread&lt;br&gt;UpdateLCDParamsTask" vertex="1">
          <mxGeometry height="60" width="130" x="180" y="1610.5" as="geometry" />
        </mxCell>
        <mxCell id="QHgMQiRaE8kp91t9TFko-17" edge="1" parent="1" source="QHgMQiRaE8kp91t9TFko-13" style="edgeStyle=orthogonalEdgeStyle;rounded=0;orthogonalLoop=1;jettySize=auto;html=1;exitX=0.5;exitY=1;exitDx=0;exitDy=0;entryX=0.75;entryY=0;entryDx=0;entryDy=0;" target="QHgMQiRaE8kp91t9TFko-8">
          <mxGeometry relative="1" as="geometry" />
        </mxCell>
        <mxCell id="QHgMQiRaE8kp91t9TFko-13" parent="1" style="rounded=1;whiteSpace=wrap;html=1;fillColor=#e1d5e7;strokeColor=#9673a6;" value="HAL::GetSensors" vertex="1">
          <mxGeometry height="50" width="110" x="580" y="1420" as="geometry" />
        </mxCell>
        <mxCell id="QHgMQiRaE8kp91t9TFko-23" edge="1" parent="1" source="QHgMQiRaE8kp91t9TFko-19" style="edgeStyle=orthogonalEdgeStyle;curved=1;rounded=0;orthogonalLoop=1;jettySize=auto;html=1;exitX=1;exitY=0.5;exitDx=0;exitDy=0;entryX=0;entryY=0.5;entryDx=0;entryDy=0;" target="QHgMQiRaE8kp91t9TFko-21">
          <mxGeometry relative="1" as="geometry" />
        </mxCell>
        <mxCell id="QHgMQiRaE8kp91t9TFko-25" edge="1" parent="1" source="QHgMQiRaE8kp91t9TFko-19" style="edgeStyle=orthogonalEdgeStyle;curved=1;rounded=0;orthogonalLoop=1;jettySize=auto;html=1;exitX=1;exitY=0.5;exitDx=0;exitDy=0;entryX=0;entryY=0.5;entryDx=0;entryDy=0;" target="QHgMQiRaE8kp91t9TFko-24">
          <mxGeometry relative="1" as="geometry" />
        </mxCell>
        <mxCell id="QHgMQiRaE8kp91t9TFko-27" edge="1" parent="1" source="QHgMQiRaE8kp91t9TFko-19" style="edgeStyle=orthogonalEdgeStyle;curved=1;rounded=0;orthogonalLoop=1;jettySize=auto;html=1;exitX=1;exitY=0.5;exitDx=0;exitDy=0;entryX=0;entryY=0.5;entryDx=0;entryDy=0;" target="QHgMQiRaE8kp91t9TFko-26">
          <mxGeometry relative="1" as="geometry" />
        </mxCell>
        <mxCell id="QHgMQiRaE8kp91t9TFko-19" parent="1" style="rounded=1;whiteSpace=wrap;html=1;fillColor=#ffe6cc;strokeColor=#d79b00;" value="UART Receive" vertex="1">
          <mxGeometry height="40" width="80" x="140" y="2075" as="geometry" />
        </mxCell>
        <mxCell id="QHgMQiRaE8kp91t9TFko-41" edge="1" parent="1" source="QHgMQiRaE8kp91t9TFko-20" style="edgeStyle=orthogonalEdgeStyle;curved=1;rounded=0;orthogonalLoop=1;jettySize=auto;html=1;exitX=1;exitY=0.5;exitDx=0;exitDy=0;entryX=0;entryY=0.5;entryDx=0;entryDy=0;" target="QHgMQiRaE8kp91t9TFko-39">
          <mxGeometry relative="1" as="geometry" />
        </mxCell>
        <mxCell id="QHgMQiRaE8kp91t9TFko-43" edge="1" parent="1" source="QHgMQiRaE8kp91t9TFko-20" style="edgeStyle=orthogonalEdgeStyle;curved=1;rounded=0;orthogonalLoop=1;jettySize=auto;html=1;exitX=1;exitY=0.5;exitDx=0;exitDy=0;entryX=0;entryY=0.5;entryDx=0;entryDy=0;" target="QHgMQiRaE8kp91t9TFko-37">
          <mxGeometry relative="1" as="geometry" />
        </mxCell>
        <mxCell id="QHgMQiRaE8kp91t9TFko-48" edge="1" parent="1" source="QHgMQiRaE8kp91t9TFko-20" style="edgeStyle=orthogonalEdgeStyle;curved=1;rounded=0;orthogonalLoop=1;jettySize=auto;html=1;exitX=1;exitY=0.5;exitDx=0;exitDy=0;entryX=0;entryY=0.5;entryDx=0;entryDy=0;" target="QHgMQiRaE8kp91t9TFko-45">
          <mxGeometry relative="1" as="geometry" />
        </mxCell>
        <mxCell id="QHgMQiRaE8kp91t9TFko-20" parent="1" style="ellipse;whiteSpace=wrap;html=1;aspect=fixed;fillColor=#dae8fc;strokeColor=#6c8ebf;" value="Account" vertex="1">
          <mxGeometry height="60" width="60" x="380" y="2065" as="geometry" />
        </mxCell>
        <mxCell id="QHgMQiRaE8kp91t9TFko-68" edge="1" parent="1" source="QHgMQiRaE8kp91t9TFko-39" style="edgeStyle=orthogonalEdgeStyle;curved=1;rounded=0;orthogonalLoop=1;jettySize=auto;html=1;exitX=1;exitY=0.5;exitDx=0;exitDy=0;entryX=1;entryY=0.25;entryDx=0;entryDy=0;" target="QHgMQiRaE8kp91t9TFko-37">
          <mxGeometry relative="1" as="geometry">
            <Array as="points">
              <mxPoint x="660" y="1965" />
              <mxPoint x="660" y="2123" />
            </Array>
          </mxGeometry>
        </mxCell>
        <mxCell id="QHgMQiRaE8kp91t9TFko-39" parent="1" style="rounded=1;whiteSpace=wrap;html=1;fillColor=#f8cecc;strokeColor=#b85450;" value="Data Save/Get&lt;br&gt;&lt;font style=&quot;color: rgb(255, 0, 0);&quot;&gt;ManualPage&lt;br&gt;Sub&lt;/font&gt;" vertex="1">
          <mxGeometry height="50" width="90" x="510" y="1940" as="geometry" />
        </mxCell>
        <mxCell id="QHgMQiRaE8kp91t9TFko-40" parent="1" style="text;html=1;whiteSpace=wrap;strokeColor=none;fillColor=none;align=center;verticalAlign=middle;rounded=0;fontStyle=1;fontSize=10;" value="用于数据的保存和加载节点" vertex="1">
          <mxGeometry height="20" width="130" x="500" y="1910" as="geometry" />
        </mxCell>
        <mxCell id="QHgMQiRaE8kp91t9TFko-45" parent="1" style="rounded=1;whiteSpace=wrap;html=1;" value="Current Page" vertex="1">
          <mxGeometry height="40" width="95" x="510" y="2015" as="geometry" />
        </mxCell>
        <mxCell id="QHgMQiRaE8kp91t9TFko-47" connectable="0" parent="1" style="group" value="" vertex="1">
          <mxGeometry height="160" width="80" x="255" y="2015" as="geometry" />
        </mxCell>
        <mxCell id="QHgMQiRaE8kp91t9TFko-44" parent="QHgMQiRaE8kp91t9TFko-47" style="rounded=1;whiteSpace=wrap;html=1;fillColor=#ffe6cc;strokeColor=#d79b00;" value="" vertex="1">
          <mxGeometry height="160" width="80" as="geometry" />
        </mxCell>
        <mxCell id="QHgMQiRaE8kp91t9TFko-21" parent="QHgMQiRaE8kp91t9TFko-47" style="rounded=1;whiteSpace=wrap;html=1;" value="MainPage&lt;br&gt;Public" vertex="1">
          <mxGeometry height="30" width="70" x="5" y="10" as="geometry" />
        </mxCell>
        <mxCell id="QHgMQiRaE8kp91t9TFko-24" parent="QHgMQiRaE8kp91t9TFko-47" style="rounded=1;whiteSpace=wrap;html=1;" value="ManualPage&lt;br&gt;Public" vertex="1">
          <mxGeometry height="30" width="70" x="5" y="65" as="geometry" />
        </mxCell>
        <mxCell id="QHgMQiRaE8kp91t9TFko-26" parent="QHgMQiRaE8kp91t9TFko-47" style="rounded=1;whiteSpace=wrap;html=1;dashed=1;" value="...." vertex="1">
          <mxGeometry height="30" width="70" x="5" y="120" as="geometry" />
        </mxCell>
        <mxCell id="QHgMQiRaE8kp91t9TFko-58" edge="1" parent="1" source="QHgMQiRaE8kp91t9TFko-49" style="edgeStyle=orthogonalEdgeStyle;curved=1;rounded=0;orthogonalLoop=1;jettySize=auto;html=1;exitX=0;exitY=0.5;exitDx=0;exitDy=0;entryX=1;entryY=0.5;entryDx=0;entryDy=0;" target="QHgMQiRaE8kp91t9TFko-52">
          <mxGeometry relative="1" as="geometry" />
        </mxCell>
        <mxCell id="QHgMQiRaE8kp91t9TFko-49" parent="1" style="ellipse;whiteSpace=wrap;html=1;aspect=fixed;fillColor=#dae8fc;strokeColor=#6c8ebf;" value="Account" vertex="1">
          <mxGeometry height="60" width="60" x="380" y="2230" as="geometry" />
        </mxCell>
        <mxCell id="QHgMQiRaE8kp91t9TFko-50" parent="1" style="rounded=1;whiteSpace=wrap;html=1;fillColor=#d5e8d4;strokeColor=#82b366;" value="UART Send" vertex="1">
          <mxGeometry height="40" width="80" x="140" y="2250" as="geometry" />
        </mxCell>
        <mxCell id="QHgMQiRaE8kp91t9TFko-51" connectable="0" parent="1" style="group" value="" vertex="1">
          <mxGeometry height="160" width="80" x="250" y="2190" as="geometry" />
        </mxCell>
        <mxCell id="QHgMQiRaE8kp91t9TFko-52" parent="QHgMQiRaE8kp91t9TFko-51" style="rounded=1;whiteSpace=wrap;html=1;fillColor=#ffe6cc;strokeColor=#d79b00;" value="" vertex="1">
          <mxGeometry height="160" width="80" as="geometry" />
        </mxCell>
        <mxCell id="QHgMQiRaE8kp91t9TFko-54" parent="QHgMQiRaE8kp91t9TFko-51" style="rounded=1;whiteSpace=wrap;html=1;" value="ManualPage&lt;br&gt;Sub" vertex="1">
          <mxGeometry height="30" width="70" x="5" y="20" as="geometry" />
        </mxCell>
        <mxCell id="QHgMQiRaE8kp91t9TFko-55" parent="QHgMQiRaE8kp91t9TFko-51" style="rounded=1;whiteSpace=wrap;html=1;dashed=1;" value="...." vertex="1">
          <mxGeometry height="30" width="70" x="5" y="120" as="geometry" />
        </mxCell>
        <mxCell id="QHgMQiRaE8kp91t9TFko-56" connectable="0" parent="1" style="group" value="" vertex="1">
          <mxGeometry height="150" width="100" x="500" y="2070" as="geometry" />
        </mxCell>
        <mxCell id="QHgMQiRaE8kp91t9TFko-37" parent="QHgMQiRaE8kp91t9TFko-56" style="rounded=1;whiteSpace=wrap;html=1;fillColor=#dae8fc;strokeColor=#6c8ebf;" value="" vertex="1">
          <mxGeometry height="130" width="90" x="5" y="20" as="geometry" />
        </mxCell>
        <mxCell id="QHgMQiRaE8kp91t9TFko-31" parent="QHgMQiRaE8kp91t9TFko-56" style="rounded=1;whiteSpace=wrap;html=1;" value="ManualPage&lt;br&gt;Sub/Pub" vertex="1">
          <mxGeometry height="30" width="70" x="15" y="70" as="geometry" />
        </mxCell>
        <mxCell id="QHgMQiRaE8kp91t9TFko-33" parent="QHgMQiRaE8kp91t9TFko-56" style="rounded=1;whiteSpace=wrap;html=1;" value="MainPage&lt;br&gt;Sub/Pub" vertex="1">
          <mxGeometry height="30" width="70" x="15" y="30" as="geometry" />
        </mxCell>
        <mxCell id="QHgMQiRaE8kp91t9TFko-35" parent="QHgMQiRaE8kp91t9TFko-56" style="rounded=1;whiteSpace=wrap;html=1;dashed=1;" value="...." vertex="1">
          <mxGeometry height="30" width="70" x="15" y="110" as="geometry" />
        </mxCell>
        <mxCell id="QHgMQiRaE8kp91t9TFko-38" parent="QHgMQiRaE8kp91t9TFko-56" style="text;html=1;whiteSpace=wrap;strokeColor=none;fillColor=none;align=center;verticalAlign=middle;rounded=0;fontStyle=1;fontSize=10;" value="页面的订阅/发布的&lt;br&gt;处理" vertex="1">
          <mxGeometry height="20" width="100" as="geometry" />
        </mxCell>
        <mxCell id="QHgMQiRaE8kp91t9TFko-57" edge="1" parent="1" source="QHgMQiRaE8kp91t9TFko-37" style="edgeStyle=orthogonalEdgeStyle;curved=1;rounded=0;orthogonalLoop=1;jettySize=auto;html=1;exitX=0;exitY=0.5;exitDx=0;exitDy=0;entryX=1;entryY=0.5;entryDx=0;entryDy=0;" target="QHgMQiRaE8kp91t9TFko-49">
          <mxGeometry relative="1" as="geometry" />
        </mxCell>
        <mxCell id="QHgMQiRaE8kp91t9TFko-59" edge="1" parent="1" source="QHgMQiRaE8kp91t9TFko-52" style="edgeStyle=orthogonalEdgeStyle;curved=1;rounded=0;orthogonalLoop=1;jettySize=auto;html=1;exitX=0;exitY=0.5;exitDx=0;exitDy=0;entryX=1;entryY=0.5;entryDx=0;entryDy=0;" target="QHgMQiRaE8kp91t9TFko-50">
          <mxGeometry relative="1" as="geometry" />
        </mxCell>
        <mxCell id="QHgMQiRaE8kp91t9TFko-72" edge="1" parent="1" source="QHgMQiRaE8kp91t9TFko-66" style="edgeStyle=orthogonalEdgeStyle;curved=1;rounded=0;orthogonalLoop=1;jettySize=auto;html=1;exitX=0;exitY=0.5;exitDx=0;exitDy=0;entryX=1;entryY=0.5;entryDx=0;entryDy=0;" target="QHgMQiRaE8kp91t9TFko-37">
          <mxGeometry relative="1" as="geometry" />
        </mxCell>
        <mxCell id="QHgMQiRaE8kp91t9TFko-66" parent="1" style="rounded=1;whiteSpace=wrap;html=1;" value="Hal::Sensor&lt;br&gt;Get" vertex="1">
          <mxGeometry height="30" width="120" x="640" y="2130" as="geometry" />
        </mxCell>
        <mxCell id="QHgMQiRaE8kp91t9TFko-73" edge="1" parent="1" source="QHgMQiRaE8kp91t9TFko-67" style="edgeStyle=orthogonalEdgeStyle;curved=1;rounded=0;orthogonalLoop=1;jettySize=auto;html=1;exitX=0;exitY=0.5;exitDx=0;exitDy=0;entryX=1;entryY=0.75;entryDx=0;entryDy=0;" target="QHgMQiRaE8kp91t9TFko-37">
          <mxGeometry relative="1" as="geometry" />
        </mxCell>
        <mxCell id="QHgMQiRaE8kp91t9TFko-67" parent="1" style="rounded=1;whiteSpace=wrap;html=1;" value="APP::Pipeline Status&lt;br&gt;Get" vertex="1">
          <mxGeometry height="30" width="120" x="640" y="2190" as="geometry" />
        </mxCell>
        <mxCell id="2UAaex6_is9iRHGtf3RM-2" parent="1" style="text;html=1;whiteSpace=wrap;strokeColor=none;fillColor=none;align=center;verticalAlign=middle;rounded=0;fontSize=17;" value="咖啡机控制板的数据传递（第二阶段）" vertex="1">
          <mxGeometry height="30" width="300" x="10" y="1880" as="geometry" />
        </mxCell>
        <mxCell id="2UAaex6_is9iRHGtf3RM-9" edge="1" parent="1" source="2UAaex6_is9iRHGtf3RM-3" style="edgeStyle=orthogonalEdgeStyle;curved=1;rounded=0;orthogonalLoop=1;jettySize=auto;html=1;exitX=1;exitY=0.75;exitDx=0;exitDy=0;entryX=0;entryY=0.75;entryDx=0;entryDy=0;" target="2UAaex6_is9iRHGtf3RM-5">
          <mxGeometry relative="1" as="geometry" />
        </mxCell>
        <mxCell id="2UAaex6_is9iRHGtf3RM-10" connectable="0" parent="2UAaex6_is9iRHGtf3RM-9" style="edgeLabel;html=1;align=center;verticalAlign=middle;resizable=0;points=[];" value="完成时发送响应&lt;br&gt;MachineStatus_Publish" vertex="1">
          <mxGeometry relative="1" x="0.0235" y="1" as="geometry">
            <mxPoint as="offset" />
          </mxGeometry>
        </mxCell>
        <mxCell id="2UAaex6_is9iRHGtf3RM-3" parent="1" style="rounded=1;whiteSpace=wrap;html=1;" value="main_page" vertex="1">
          <mxGeometry height="60" width="70" x="100" y="2480" as="geometry" />
        </mxCell>
        <mxCell id="2UAaex6_is9iRHGtf3RM-4" parent="1" style="text;html=1;whiteSpace=wrap;strokeColor=none;fillColor=none;align=center;verticalAlign=middle;rounded=0;fontSize=16;fontStyle=1" value="咖啡机控制板" vertex="1">
          <mxGeometry height="30" width="100" x="100" y="2410" as="geometry" />
        </mxCell>
        <mxCell id="2UAaex6_is9iRHGtf3RM-7" edge="1" parent="1" source="2UAaex6_is9iRHGtf3RM-5" style="edgeStyle=orthogonalEdgeStyle;rounded=0;orthogonalLoop=1;jettySize=auto;html=1;exitX=0;exitY=0.25;exitDx=0;exitDy=0;entryX=1;entryY=0.25;entryDx=0;entryDy=0;curved=1;" target="2UAaex6_is9iRHGtf3RM-3">
          <mxGeometry relative="1" as="geometry" />
        </mxCell>
        <mxCell id="2UAaex6_is9iRHGtf3RM-8" connectable="0" parent="2UAaex6_is9iRHGtf3RM-7" style="edgeLabel;html=1;align=center;verticalAlign=middle;resizable=0;points=[];" value="按键触发" vertex="1">
          <mxGeometry relative="1" x="-0.0162" y="1" as="geometry">
            <mxPoint as="offset" />
          </mxGeometry>
        </mxCell>
        <mxCell id="2UAaex6_is9iRHGtf3RM-5" parent="1" style="rounded=1;whiteSpace=wrap;html=1;" value="main_page" vertex="1">
          <mxGeometry height="60" width="70" x="340" y="2480" as="geometry" />
        </mxCell>
        <mxCell id="2UAaex6_is9iRHGtf3RM-6" parent="1" style="text;html=1;whiteSpace=wrap;strokeColor=none;fillColor=none;align=center;verticalAlign=middle;rounded=0;fontSize=16;fontStyle=1" value="触摸板" vertex="1">
          <mxGeometry height="30" width="60" x="340" y="2410" as="geometry" />
        </mxCell>
        <mxCell id="2UAaex6_is9iRHGtf3RM-11" edge="1" parent="1" source="2UAaex6_is9iRHGtf3RM-13" style="edgeStyle=orthogonalEdgeStyle;curved=1;rounded=0;orthogonalLoop=1;jettySize=auto;html=1;exitX=1;exitY=0.75;exitDx=0;exitDy=0;entryX=0;entryY=0.75;entryDx=0;entryDy=0;" target="2UAaex6_is9iRHGtf3RM-16">
          <mxGeometry relative="1" as="geometry" />
        </mxCell>
        <mxCell id="2UAaex6_is9iRHGtf3RM-12" connectable="0" parent="2UAaex6_is9iRHGtf3RM-11" style="edgeLabel;html=1;align=center;verticalAlign=middle;resizable=0;points=[];" value="循环发送状态" vertex="1">
          <mxGeometry relative="1" x="0.0235" y="1" as="geometry">
            <mxPoint as="offset" />
          </mxGeometry>
        </mxCell>
        <mxCell id="2UAaex6_is9iRHGtf3RM-13" parent="1" style="rounded=1;whiteSpace=wrap;html=1;" value="ManualPage" vertex="1">
          <mxGeometry height="110" width="70" x="100" y="2590" as="geometry" />
        </mxCell>
        <mxCell id="2UAaex6_is9iRHGtf3RM-14" edge="1" parent="1" source="2UAaex6_is9iRHGtf3RM-16" style="edgeStyle=orthogonalEdgeStyle;rounded=0;orthogonalLoop=1;jettySize=auto;html=1;exitX=0;exitY=0.25;exitDx=0;exitDy=0;entryX=1;entryY=0.25;entryDx=0;entryDy=0;curved=1;" target="2UAaex6_is9iRHGtf3RM-13">
          <mxGeometry relative="1" as="geometry" />
        </mxCell>
        <mxCell id="2UAaex6_is9iRHGtf3RM-15" connectable="0" parent="2UAaex6_is9iRHGtf3RM-14" style="edgeLabel;html=1;align=center;verticalAlign=middle;resizable=0;points=[];" value="加载会发布RES/GET&lt;br&gt;告诉切换页面" vertex="1">
          <mxGeometry relative="1" x="-0.0162" y="1" as="geometry">
            <mxPoint as="offset" />
          </mxGeometry>
        </mxCell>
        <mxCell id="So0UA55S36cV1F2LpzZS-1" edge="1" parent="1" source="2UAaex6_is9iRHGtf3RM-16" style="edgeStyle=orthogonalEdgeStyle;rounded=0;orthogonalLoop=1;jettySize=auto;html=1;exitX=0;exitY=0.5;exitDx=0;exitDy=0;entryX=1;entryY=0.5;entryDx=0;entryDy=0;" target="2UAaex6_is9iRHGtf3RM-13">
          <mxGeometry relative="1" as="geometry" />
        </mxCell>
        <mxCell id="So0UA55S36cV1F2LpzZS-2" connectable="0" parent="So0UA55S36cV1F2LpzZS-1" style="edgeLabel;html=1;align=center;verticalAlign=middle;resizable=0;points=[];" value="下拉框/按键" vertex="1">
          <mxGeometry relative="1" x="-0.0353" as="geometry">
            <mxPoint as="offset" />
          </mxGeometry>
        </mxCell>
        <mxCell id="2UAaex6_is9iRHGtf3RM-16" parent="1" style="rounded=1;whiteSpace=wrap;html=1;" value="ManualPage" vertex="1">
          <mxGeometry height="110" width="70" x="340" y="2590" as="geometry" />
        </mxCell>
        <mxCell id="So0UA55S36cV1F2LpzZS-4" edge="1" parent="1" source="So0UA55S36cV1F2LpzZS-6" style="edgeStyle=orthogonalEdgeStyle;curved=1;rounded=0;orthogonalLoop=1;jettySize=auto;html=1;exitX=1;exitY=0.75;exitDx=0;exitDy=0;entryX=0;entryY=0.75;entryDx=0;entryDy=0;startArrow=classic;startFill=1;endArrow=none;endFill=0;" target="So0UA55S36cV1F2LpzZS-11">
          <mxGeometry relative="1" as="geometry" />
        </mxCell>
        <mxCell id="So0UA55S36cV1F2LpzZS-5" connectable="0" parent="So0UA55S36cV1F2LpzZS-4" style="edgeLabel;html=1;align=center;verticalAlign=middle;resizable=0;points=[];" value="保存数据" vertex="1">
          <mxGeometry relative="1" x="0.0235" y="1" as="geometry">
            <mxPoint as="offset" />
          </mxGeometry>
        </mxCell>
        <mxCell id="So0UA55S36cV1F2LpzZS-12" edge="1" parent="1" source="So0UA55S36cV1F2LpzZS-6" style="edgeStyle=orthogonalEdgeStyle;rounded=0;orthogonalLoop=1;jettySize=auto;html=1;exitX=1;exitY=0.5;exitDx=0;exitDy=0;entryX=0;entryY=0.5;entryDx=0;entryDy=0;" target="So0UA55S36cV1F2LpzZS-11">
          <mxGeometry relative="1" as="geometry" />
        </mxCell>
        <mxCell id="So0UA55S36cV1F2LpzZS-13" connectable="0" parent="So0UA55S36cV1F2LpzZS-12" style="edgeLabel;html=1;align=center;verticalAlign=middle;resizable=0;points=[];" value="返回数据&lt;br&gt;SUB_CMD_RES" vertex="1">
          <mxGeometry relative="1" x="-0.0639" as="geometry">
            <mxPoint as="offset" />
          </mxGeometry>
        </mxCell>
        <mxCell id="So0UA55S36cV1F2LpzZS-6" parent="1" style="rounded=1;whiteSpace=wrap;html=1;" value="CurerDesign" vertex="1">
          <mxGeometry height="140" width="70" x="100" y="2760" as="geometry" />
        </mxCell>
        <mxCell id="So0UA55S36cV1F2LpzZS-7" edge="1" parent="1" source="So0UA55S36cV1F2LpzZS-11" style="edgeStyle=orthogonalEdgeStyle;rounded=0;orthogonalLoop=1;jettySize=auto;html=1;exitX=0;exitY=0.25;exitDx=0;exitDy=0;entryX=1;entryY=0.25;entryDx=0;entryDy=0;curved=1;" target="So0UA55S36cV1F2LpzZS-6">
          <mxGeometry relative="1" as="geometry" />
        </mxCell>
        <mxCell id="So0UA55S36cV1F2LpzZS-8" connectable="0" parent="So0UA55S36cV1F2LpzZS-7" style="edgeLabel;html=1;align=center;verticalAlign=middle;resizable=0;points=[];" value="请求数据&lt;br&gt;SUB_CMD_GET" vertex="1">
          <mxGeometry relative="1" x="-0.0162" y="1" as="geometry">
            <mxPoint as="offset" />
          </mxGeometry>
        </mxCell>
        <mxCell id="So0UA55S36cV1F2LpzZS-11" parent="1" style="rounded=1;whiteSpace=wrap;html=1;" value="CurerDesign" vertex="1">
          <mxGeometry height="140" width="70" x="340" y="2760" as="geometry" />
        </mxCell>
        <mxCell id="So0UA55S36cV1F2LpzZS-16" edge="1" parent="1" source="So0UA55S36cV1F2LpzZS-20" style="edgeStyle=orthogonalEdgeStyle;curved=1;rounded=0;orthogonalLoop=1;jettySize=auto;html=1;exitX=1;exitY=0.75;exitDx=0;exitDy=0;entryX=0;entryY=0.75;entryDx=0;entryDy=0;startArrow=classic;startFill=1;endArrow=none;endFill=0;" target="So0UA55S36cV1F2LpzZS-23">
          <mxGeometry relative="1" as="geometry" />
        </mxCell>
        <mxCell id="So0UA55S36cV1F2LpzZS-17" connectable="0" parent="So0UA55S36cV1F2LpzZS-16" style="edgeLabel;html=1;align=center;verticalAlign=middle;resizable=0;points=[];" value="开关控制" vertex="1">
          <mxGeometry relative="1" x="0.0235" y="1" as="geometry">
            <mxPoint as="offset" />
          </mxGeometry>
        </mxCell>
        <mxCell id="So0UA55S36cV1F2LpzZS-18" edge="1" parent="1" source="So0UA55S36cV1F2LpzZS-20" style="edgeStyle=orthogonalEdgeStyle;rounded=0;orthogonalLoop=1;jettySize=auto;html=1;exitX=1;exitY=0.5;exitDx=0;exitDy=0;entryX=0;entryY=0.5;entryDx=0;entryDy=0;" target="So0UA55S36cV1F2LpzZS-23">
          <mxGeometry relative="1" as="geometry" />
        </mxCell>
        <mxCell id="So0UA55S36cV1F2LpzZS-19" connectable="0" parent="So0UA55S36cV1F2LpzZS-18" style="edgeLabel;html=1;align=center;verticalAlign=middle;resizable=0;points=[];" value="返回数据&lt;br&gt;SUB_CMD_RES" vertex="1">
          <mxGeometry relative="1" x="-0.0639" as="geometry">
            <mxPoint as="offset" />
          </mxGeometry>
        </mxCell>
        <mxCell id="So0UA55S36cV1F2LpzZS-20" parent="1" style="rounded=1;whiteSpace=wrap;html=1;" value="ExtTempCtl&lt;br&gt;&amp;amp;&lt;br&gt;SteamTempCtl" vertex="1">
          <mxGeometry height="180" width="90" x="100" y="2940" as="geometry" />
        </mxCell>
        <mxCell id="So0UA55S36cV1F2LpzZS-21" edge="1" parent="1" source="So0UA55S36cV1F2LpzZS-23" style="edgeStyle=orthogonalEdgeStyle;rounded=0;orthogonalLoop=1;jettySize=auto;html=1;exitX=0;exitY=0.25;exitDx=0;exitDy=0;entryX=1;entryY=0.25;entryDx=0;entryDy=0;curved=1;" target="So0UA55S36cV1F2LpzZS-20">
          <mxGeometry relative="1" as="geometry" />
        </mxCell>
        <mxCell id="So0UA55S36cV1F2LpzZS-22" connectable="0" parent="So0UA55S36cV1F2LpzZS-21" style="edgeLabel;html=1;align=center;verticalAlign=middle;resizable=0;points=[];" value="请求数据&lt;br&gt;SUB_CMD_GET" vertex="1">
          <mxGeometry relative="1" x="-0.0162" y="1" as="geometry">
            <mxPoint as="offset" />
          </mxGeometry>
        </mxCell>
        <mxCell id="So0UA55S36cV1F2LpzZS-23" parent="1" style="rounded=1;whiteSpace=wrap;html=1;" value="ExtTempCtl&lt;br&gt;&amp;amp;&lt;br&gt;SteamTempCtl" vertex="1">
          <mxGeometry height="180" width="90" x="340" y="2940" as="geometry" />
        </mxCell>
        <mxCell id="So0UA55S36cV1F2LpzZS-24" edge="1" parent="1" source="So0UA55S36cV1F2LpzZS-20" style="edgeStyle=orthogonalEdgeStyle;curved=1;rounded=0;orthogonalLoop=1;jettySize=auto;html=1;exitX=1.017;exitY=0.885;exitDx=0;exitDy=0;entryX=0;entryY=0.75;entryDx=0;entryDy=0;startArrow=classic;startFill=1;endArrow=none;endFill=0;exitPerimeter=0;">
          <mxGeometry relative="1" as="geometry">
            <mxPoint x="170" y="3100" as="sourcePoint" />
            <mxPoint x="340" y="3100" as="targetPoint" />
          </mxGeometry>
        </mxCell>
        <mxCell id="So0UA55S36cV1F2LpzZS-25" connectable="0" parent="So0UA55S36cV1F2LpzZS-24" style="edgeLabel;html=1;align=center;verticalAlign=middle;resizable=0;points=[];" value="保存数据" vertex="1">
          <mxGeometry relative="1" x="0.0235" y="1" as="geometry">
            <mxPoint as="offset" />
          </mxGeometry>
        </mxCell>
        <mxCell id="So0UA55S36cV1F2LpzZS-28" parent="1" style="rounded=1;whiteSpace=wrap;html=1;" value="Settings" vertex="1">
          <mxGeometry height="60" width="70" x="560" y="2440" as="geometry" />
        </mxCell>
        <mxCell id="So0UA55S36cV1F2LpzZS-30" edge="1" parent="1" source="So0UA55S36cV1F2LpzZS-29" style="edgeStyle=orthogonalEdgeStyle;rounded=0;orthogonalLoop=1;jettySize=auto;html=1;exitX=0;exitY=0.5;exitDx=0;exitDy=0;entryX=1;entryY=0.5;entryDx=0;entryDy=0;" target="So0UA55S36cV1F2LpzZS-28">
          <mxGeometry relative="1" as="geometry" />
        </mxCell>
        <mxCell id="So0UA55S36cV1F2LpzZS-31" connectable="0" parent="So0UA55S36cV1F2LpzZS-30" style="edgeLabel;html=1;align=center;verticalAlign=middle;resizable=0;points=[];" value="Reset" vertex="1">
          <mxGeometry relative="1" x="0.0595" as="geometry">
            <mxPoint as="offset" />
          </mxGeometry>
        </mxCell>
        <mxCell id="So0UA55S36cV1F2LpzZS-29" parent="1" style="rounded=1;whiteSpace=wrap;html=1;" value="Settings" vertex="1">
          <mxGeometry height="60" width="70" x="750" y="2440" as="geometry" />
        </mxCell>
        <mxCell id="So0UA55S36cV1F2LpzZS-36" edge="1" parent="1" source="So0UA55S36cV1F2LpzZS-32" style="edgeStyle=orthogonalEdgeStyle;rounded=0;orthogonalLoop=1;jettySize=auto;html=1;exitX=1;exitY=0.5;exitDx=0;exitDy=0;entryX=0;entryY=0.5;entryDx=0;entryDy=0;" target="So0UA55S36cV1F2LpzZS-33">
          <mxGeometry relative="1" as="geometry" />
        </mxCell>
        <mxCell id="So0UA55S36cV1F2LpzZS-37" connectable="0" parent="So0UA55S36cV1F2LpzZS-36" style="edgeLabel;html=1;align=center;verticalAlign=middle;resizable=0;points=[];fontSize=7;" value="反馈数据&lt;br&gt;SUB_CMD_RES" vertex="1">
          <mxGeometry relative="1" x="-0.1701" y="-1" as="geometry">
            <mxPoint x="10" y="-1" as="offset" />
          </mxGeometry>
        </mxCell>
        <mxCell id="So0UA55S36cV1F2LpzZS-42" edge="1" parent="1" source="So0UA55S36cV1F2LpzZS-32" style="edgeStyle=orthogonalEdgeStyle;rounded=0;orthogonalLoop=1;jettySize=auto;html=1;exitX=1;exitY=0.75;exitDx=0;exitDy=0;entryX=0;entryY=0.75;entryDx=0;entryDy=0;" target="So0UA55S36cV1F2LpzZS-33">
          <mxGeometry relative="1" as="geometry" />
        </mxCell>
        <mxCell id="So0UA55S36cV1F2LpzZS-43" connectable="0" parent="So0UA55S36cV1F2LpzZS-42" style="edgeLabel;html=1;align=center;verticalAlign=bottom;resizable=0;points=[];fontSize=6;" value="循环发送剩余次数" vertex="1">
          <mxGeometry relative="1" x="-0.0593" as="geometry">
            <mxPoint y="6" as="offset" />
          </mxGeometry>
        </mxCell>
        <mxCell id="So0UA55S36cV1F2LpzZS-32" parent="1" style="rounded=1;whiteSpace=wrap;html=1;" value="AutoClean" vertex="1">
          <mxGeometry height="150" width="70" x="560" y="2530" as="geometry" />
        </mxCell>
        <mxCell id="So0UA55S36cV1F2LpzZS-34" edge="1" parent="1" source="So0UA55S36cV1F2LpzZS-33" style="edgeStyle=orthogonalEdgeStyle;rounded=0;orthogonalLoop=1;jettySize=auto;html=1;exitX=0;exitY=0.25;exitDx=0;exitDy=0;entryX=1;entryY=0.25;entryDx=0;entryDy=0;" target="So0UA55S36cV1F2LpzZS-32">
          <mxGeometry relative="1" as="geometry" />
        </mxCell>
        <mxCell id="So0UA55S36cV1F2LpzZS-35" connectable="0" parent="So0UA55S36cV1F2LpzZS-34" style="edgeLabel;html=1;align=center;verticalAlign=middle;resizable=0;points=[];fontSize=7;" value="页面开始&lt;br&gt;SUB_CMD_GET" vertex="1">
          <mxGeometry relative="1" x="-0.0278" as="geometry">
            <mxPoint y="-17" as="offset" />
          </mxGeometry>
        </mxCell>
        <mxCell id="So0UA55S36cV1F2LpzZS-38" edge="1" parent="1" source="So0UA55S36cV1F2LpzZS-33" style="edgeStyle=orthogonalEdgeStyle;rounded=0;orthogonalLoop=1;jettySize=auto;html=1;exitX=0.014;exitY=0.366;exitDx=0;exitDy=0;entryX=1.035;entryY=0.369;entryDx=0;entryDy=0;exitPerimeter=0;entryPerimeter=0;" target="So0UA55S36cV1F2LpzZS-32">
          <mxGeometry relative="1" as="geometry" />
        </mxCell>
        <mxCell id="So0UA55S36cV1F2LpzZS-39" connectable="0" parent="So0UA55S36cV1F2LpzZS-38" style="edgeLabel;html=1;align=center;verticalAlign=middle;resizable=0;points=[];fontSize=7;" value="返回保存数据&lt;br&gt;SUB_CMD_SET" vertex="1">
          <mxGeometry relative="1" x="0.16" as="geometry">
            <mxPoint x="10" y="-7" as="offset" />
          </mxGeometry>
        </mxCell>
        <mxCell id="So0UA55S36cV1F2LpzZS-33" parent="1" style="rounded=1;whiteSpace=wrap;html=1;" value="AutoClean" vertex="1">
          <mxGeometry height="150" width="70" x="750" y="2530" as="geometry" />
        </mxCell>
        <mxCell id="So0UA55S36cV1F2LpzZS-40" edge="1" parent="1" style="edgeStyle=orthogonalEdgeStyle;rounded=0;orthogonalLoop=1;jettySize=auto;html=1;exitX=1;exitY=0.5;exitDx=0;exitDy=0;entryX=0;entryY=0.5;entryDx=0;entryDy=0;">
          <mxGeometry relative="1" as="geometry">
            <mxPoint x="630" y="2630" as="sourcePoint" />
            <mxPoint x="750" y="2630" as="targetPoint" />
          </mxGeometry>
        </mxCell>
        <mxCell id="So0UA55S36cV1F2LpzZS-41" connectable="0" parent="So0UA55S36cV1F2LpzZS-40" style="edgeLabel;html=1;align=center;verticalAlign=middle;resizable=0;points=[];fontSize=4;" value="开始/停止&lt;br&gt;SUB_CMD_AUTO_CLEAN_START/STOP" vertex="1">
          <mxGeometry relative="1" x="-0.1701" y="-1" as="geometry">
            <mxPoint x="10" y="-1" as="offset" />
          </mxGeometry>
        </mxCell>
        <mxCell id="So0UA55S36cV1F2LpzZS-50" edge="1" parent="1" source="So0UA55S36cV1F2LpzZS-44" style="edgeStyle=orthogonalEdgeStyle;rounded=0;orthogonalLoop=1;jettySize=auto;html=1;exitX=1;exitY=0.75;exitDx=0;exitDy=0;entryX=0;entryY=0.75;entryDx=0;entryDy=0;" target="So0UA55S36cV1F2LpzZS-47">
          <mxGeometry relative="1" as="geometry" />
        </mxCell>
        <mxCell id="So0UA55S36cV1F2LpzZS-51" connectable="0" parent="So0UA55S36cV1F2LpzZS-50" style="edgeLabel;html=1;align=center;verticalAlign=middle;resizable=0;points=[];" value="SET" vertex="1">
          <mxGeometry relative="1" x="-0.0389" as="geometry">
            <mxPoint as="offset" />
          </mxGeometry>
        </mxCell>
        <mxCell id="So0UA55S36cV1F2LpzZS-44" parent="1" style="rounded=1;whiteSpace=wrap;html=1;" value="AutoSleep" vertex="1">
          <mxGeometry height="60" width="70" x="560" y="2720" as="geometry" />
        </mxCell>
        <mxCell id="So0UA55S36cV1F2LpzZS-48" edge="1" parent="1" source="So0UA55S36cV1F2LpzZS-47" style="edgeStyle=orthogonalEdgeStyle;rounded=0;orthogonalLoop=1;jettySize=auto;html=1;exitX=0;exitY=0.25;exitDx=0;exitDy=0;entryX=1;entryY=0.25;entryDx=0;entryDy=0;" target="So0UA55S36cV1F2LpzZS-44">
          <mxGeometry relative="1" as="geometry" />
        </mxCell>
        <mxCell id="So0UA55S36cV1F2LpzZS-49" connectable="0" parent="So0UA55S36cV1F2LpzZS-48" style="edgeLabel;html=1;align=center;verticalAlign=middle;resizable=0;points=[];" value="GET" vertex="1">
          <mxGeometry relative="1" x="0.05" as="geometry">
            <mxPoint as="offset" />
          </mxGeometry>
        </mxCell>
        <mxCell id="So0UA55S36cV1F2LpzZS-47" parent="1" style="rounded=1;whiteSpace=wrap;html=1;" value="AutoSleep" vertex="1">
          <mxGeometry height="60" width="70" x="750" y="2720" as="geometry" />
        </mxCell>
        <mxCell id="So0UA55S36cV1F2LpzZS-52" parent="1" style="rounded=1;whiteSpace=wrap;html=1;" value="WifiLIst" vertex="1">
          <mxGeometry height="130" width="70" x="560" y="2820" as="geometry" />
        </mxCell>
        <mxCell id="So0UA55S36cV1F2LpzZS-53" parent="1" style="rounded=1;whiteSpace=wrap;html=1;" value="WifiLIst" vertex="1">
          <mxGeometry height="130" width="70" x="750" y="2820" as="geometry" />
        </mxCell>
        <mxCell id="So0UA55S36cV1F2LpzZS-54" edge="1" parent="1" style="edgeStyle=orthogonalEdgeStyle;rounded=0;orthogonalLoop=1;jettySize=auto;html=1;exitX=0;exitY=0.25;exitDx=0;exitDy=0;entryX=1;entryY=0.25;entryDx=0;entryDy=0;">
          <mxGeometry relative="1" as="geometry">
            <mxPoint x="750" y="2850" as="sourcePoint" />
            <mxPoint x="630" y="2850" as="targetPoint" />
          </mxGeometry>
        </mxCell>
        <mxCell id="So0UA55S36cV1F2LpzZS-55" connectable="0" parent="So0UA55S36cV1F2LpzZS-54" style="edgeLabel;html=1;align=center;verticalAlign=middle;resizable=0;points=[];" value="RES(通知)" vertex="1">
          <mxGeometry relative="1" x="0.05" as="geometry">
            <mxPoint as="offset" />
          </mxGeometry>
        </mxCell>
        <mxCell id="So0UA55S36cV1F2LpzZS-56" edge="1" parent="1" style="edgeStyle=orthogonalEdgeStyle;rounded=0;orthogonalLoop=1;jettySize=auto;html=1;exitX=0;exitY=0.25;exitDx=0;exitDy=0;entryX=1;entryY=0.25;entryDx=0;entryDy=0;">
          <mxGeometry relative="1" as="geometry">
            <Array as="points">
              <mxPoint x="700" y="2870" />
              <mxPoint x="700" y="2870" />
            </Array>
            <mxPoint x="750" y="2870" as="sourcePoint" />
            <mxPoint x="630" y="2870" as="targetPoint" />
          </mxGeometry>
        </mxCell>
        <mxCell id="So0UA55S36cV1F2LpzZS-57" connectable="0" parent="So0UA55S36cV1F2LpzZS-56" style="edgeLabel;html=1;align=center;verticalAlign=middle;resizable=0;points=[];fontSize=6;" value="SUB_CMD_SETTING_WIFI_SCAN" vertex="1">
          <mxGeometry relative="1" x="0.05" as="geometry">
            <mxPoint as="offset" />
          </mxGeometry>
        </mxCell>
        <mxCell id="So0UA55S36cV1F2LpzZS-58" edge="1" parent="1" style="edgeStyle=orthogonalEdgeStyle;rounded=0;orthogonalLoop=1;jettySize=auto;html=1;exitX=0;exitY=0.25;exitDx=0;exitDy=0;entryX=1;entryY=0.25;entryDx=0;entryDy=0;startArrow=classic;startFill=1;endArrow=none;endFill=0;">
          <mxGeometry relative="1" as="geometry">
            <mxPoint x="750" y="2890" as="sourcePoint" />
            <mxPoint x="630" y="2890" as="targetPoint" />
          </mxGeometry>
        </mxCell>
        <mxCell id="So0UA55S36cV1F2LpzZS-59" connectable="0" parent="So0UA55S36cV1F2LpzZS-58" style="edgeLabel;html=1;align=center;verticalAlign=middle;resizable=0;points=[];fontColor=#FF0000;" value="WIFI LIST" vertex="1">
          <mxGeometry relative="1" x="0.05" as="geometry">
            <mxPoint as="offset" />
          </mxGeometry>
        </mxCell>
        <mxCell id="So0UA55S36cV1F2LpzZS-60" edge="1" parent="1" style="edgeStyle=orthogonalEdgeStyle;rounded=0;orthogonalLoop=1;jettySize=auto;html=1;exitX=0;exitY=0.25;exitDx=0;exitDy=0;entryX=1;entryY=0.25;entryDx=0;entryDy=0;">
          <mxGeometry relative="1" as="geometry">
            <mxPoint x="750" y="2910" as="sourcePoint" />
            <mxPoint x="630" y="2910" as="targetPoint" />
          </mxGeometry>
        </mxCell>
        <mxCell id="So0UA55S36cV1F2LpzZS-61" connectable="0" parent="So0UA55S36cV1F2LpzZS-60" style="edgeLabel;html=1;align=center;verticalAlign=middle;resizable=0;points=[];" value="连接" vertex="1">
          <mxGeometry relative="1" x="0.05" as="geometry">
            <mxPoint as="offset" />
          </mxGeometry>
        </mxCell>
        <mxCell id="So0UA55S36cV1F2LpzZS-62" edge="1" parent="1" style="edgeStyle=orthogonalEdgeStyle;rounded=0;orthogonalLoop=1;jettySize=auto;html=1;exitX=0;exitY=0.25;exitDx=0;exitDy=0;entryX=1;entryY=0.25;entryDx=0;entryDy=0;startArrow=none;startFill=0;endArrow=classic;endFill=1;">
          <mxGeometry relative="1" as="geometry">
            <mxPoint x="750" y="2930" as="sourcePoint" />
            <mxPoint x="630" y="2930" as="targetPoint" />
          </mxGeometry>
        </mxCell>
        <mxCell id="So0UA55S36cV1F2LpzZS-63" connectable="0" parent="So0UA55S36cV1F2LpzZS-62" style="edgeLabel;html=1;align=center;verticalAlign=middle;resizable=0;points=[];fontColor=#000000;" value="断开" vertex="1">
          <mxGeometry relative="1" x="0.05" as="geometry">
            <mxPoint as="offset" />
          </mxGeometry>
        </mxCell>
        <mxCell id="So0UA55S36cV1F2LpzZS-64" parent="1" style="rounded=1;whiteSpace=wrap;html=1;" value="BLE" vertex="1">
          <mxGeometry height="150" width="70" x="560" y="2980" as="geometry" />
        </mxCell>
        <mxCell id="So0UA55S36cV1F2LpzZS-65" parent="1" style="rounded=1;whiteSpace=wrap;html=1;" value="BLE" vertex="1">
          <mxGeometry height="150" width="70" x="750" y="2980" as="geometry" />
        </mxCell>
        <mxCell id="So0UA55S36cV1F2LpzZS-66" edge="1" parent="1" style="edgeStyle=orthogonalEdgeStyle;rounded=0;orthogonalLoop=1;jettySize=auto;html=1;exitX=0;exitY=0.25;exitDx=0;exitDy=0;entryX=1;entryY=0.25;entryDx=0;entryDy=0;">
          <mxGeometry relative="1" as="geometry">
            <mxPoint x="750" y="3010" as="sourcePoint" />
            <mxPoint x="630" y="3010" as="targetPoint" />
          </mxGeometry>
        </mxCell>
        <mxCell id="So0UA55S36cV1F2LpzZS-67" connectable="0" parent="So0UA55S36cV1F2LpzZS-66" style="edgeLabel;html=1;align=center;verticalAlign=middle;resizable=0;points=[];" value="RES(通知)" vertex="1">
          <mxGeometry relative="1" x="0.05" as="geometry">
            <mxPoint as="offset" />
          </mxGeometry>
        </mxCell>
        <mxCell id="So0UA55S36cV1F2LpzZS-68" edge="1" parent="1" style="edgeStyle=orthogonalEdgeStyle;rounded=0;orthogonalLoop=1;jettySize=auto;html=1;exitX=0;exitY=0.25;exitDx=0;exitDy=0;entryX=1;entryY=0.25;entryDx=0;entryDy=0;">
          <mxGeometry relative="1" as="geometry">
            <Array as="points">
              <mxPoint x="700" y="3030" />
              <mxPoint x="700" y="3030" />
            </Array>
            <mxPoint x="750" y="3030" as="sourcePoint" />
            <mxPoint x="630" y="3030" as="targetPoint" />
          </mxGeometry>
        </mxCell>
        <mxCell id="So0UA55S36cV1F2LpzZS-69" connectable="0" parent="So0UA55S36cV1F2LpzZS-68" style="edgeLabel;html=1;align=center;verticalAlign=middle;resizable=0;points=[];fontSize=11;" value="扫描" vertex="1">
          <mxGeometry relative="1" x="0.05" as="geometry">
            <mxPoint as="offset" />
          </mxGeometry>
        </mxCell>
        <mxCell id="So0UA55S36cV1F2LpzZS-70" edge="1" parent="1" style="edgeStyle=orthogonalEdgeStyle;rounded=0;orthogonalLoop=1;jettySize=auto;html=1;exitX=0;exitY=0.25;exitDx=0;exitDy=0;entryX=1;entryY=0.25;entryDx=0;entryDy=0;startArrow=classic;startFill=1;endArrow=none;endFill=0;">
          <mxGeometry relative="1" as="geometry">
            <mxPoint x="750" y="3050" as="sourcePoint" />
            <mxPoint x="630" y="3050" as="targetPoint" />
          </mxGeometry>
        </mxCell>
        <mxCell id="So0UA55S36cV1F2LpzZS-71" connectable="0" parent="So0UA55S36cV1F2LpzZS-70" style="edgeLabel;html=1;align=center;verticalAlign=middle;resizable=0;points=[];fontColor=#FF0000;" value="WIFI LIST" vertex="1">
          <mxGeometry relative="1" x="0.05" as="geometry">
            <mxPoint as="offset" />
          </mxGeometry>
        </mxCell>
        <mxCell id="So0UA55S36cV1F2LpzZS-72" edge="1" parent="1" style="edgeStyle=orthogonalEdgeStyle;rounded=0;orthogonalLoop=1;jettySize=auto;html=1;exitX=0;exitY=0.25;exitDx=0;exitDy=0;entryX=1;entryY=0.25;entryDx=0;entryDy=0;">
          <mxGeometry relative="1" as="geometry">
            <mxPoint x="750" y="3070" as="sourcePoint" />
            <mxPoint x="630" y="3070" as="targetPoint" />
          </mxGeometry>
        </mxCell>
        <mxCell id="So0UA55S36cV1F2LpzZS-73" connectable="0" parent="So0UA55S36cV1F2LpzZS-72" style="edgeLabel;html=1;align=center;verticalAlign=middle;resizable=0;points=[];" value="连接" vertex="1">
          <mxGeometry relative="1" x="0.05" as="geometry">
            <mxPoint as="offset" />
          </mxGeometry>
        </mxCell>
        <mxCell id="So0UA55S36cV1F2LpzZS-74" edge="1" parent="1" style="edgeStyle=orthogonalEdgeStyle;rounded=0;orthogonalLoop=1;jettySize=auto;html=1;exitX=0;exitY=0.25;exitDx=0;exitDy=0;entryX=1;entryY=0.25;entryDx=0;entryDy=0;startArrow=none;startFill=0;endArrow=classic;endFill=1;">
          <mxGeometry relative="1" as="geometry">
            <mxPoint x="750" y="3090" as="sourcePoint" />
            <mxPoint x="630" y="3090" as="targetPoint" />
          </mxGeometry>
        </mxCell>
        <mxCell id="So0UA55S36cV1F2LpzZS-75" connectable="0" parent="So0UA55S36cV1F2LpzZS-74" style="edgeLabel;html=1;align=center;verticalAlign=middle;resizable=0;points=[];fontColor=#000000;" value="断开" vertex="1">
          <mxGeometry relative="1" x="0.05" as="geometry">
            <mxPoint as="offset" />
          </mxGeometry>
        </mxCell>
        <mxCell id="So0UA55S36cV1F2LpzZS-76" edge="1" parent="1" style="edgeStyle=orthogonalEdgeStyle;rounded=0;orthogonalLoop=1;jettySize=auto;html=1;exitX=0;exitY=0.25;exitDx=0;exitDy=0;entryX=1;entryY=0.25;entryDx=0;entryDy=0;startArrow=none;startFill=0;endArrow=classic;endFill=1;">
          <mxGeometry relative="1" as="geometry">
            <mxPoint x="750" y="3110" as="sourcePoint" />
            <mxPoint x="630" y="3110" as="targetPoint" />
          </mxGeometry>
        </mxCell>
        <mxCell id="So0UA55S36cV1F2LpzZS-77" connectable="0" parent="So0UA55S36cV1F2LpzZS-76" style="edgeLabel;html=1;align=center;verticalAlign=middle;resizable=0;points=[];fontColor=#000000;" value="校准" vertex="1">
          <mxGeometry relative="1" x="0.05" as="geometry">
            <mxPoint as="offset" />
          </mxGeometry>
        </mxCell>
        <mxCell id="So0UA55S36cV1F2LpzZS-80" parent="1" style="text;html=1;whiteSpace=wrap;strokeColor=none;fillColor=none;align=center;verticalAlign=middle;rounded=0;fontSize=16;fontStyle=1" value="咖啡机控制板" vertex="1">
          <mxGeometry height="30" width="100" x="550" y="2390" as="geometry" />
        </mxCell>
        <mxCell id="So0UA55S36cV1F2LpzZS-81" parent="1" style="text;html=1;whiteSpace=wrap;strokeColor=none;fillColor=none;align=center;verticalAlign=middle;rounded=0;fontSize=16;fontStyle=1" value="触摸板" vertex="1">
          <mxGeometry height="30" width="60" x="755" y="2390" as="geometry" />
        </mxCell>
        <mxCell id="NuW3Zga8PzYkLoYC-sN2-1" parent="1" style="text;html=1;whiteSpace=wrap;strokeColor=none;fillColor=none;align=center;verticalAlign=middle;rounded=0;fontSize=17;" value="蓝牙传递" vertex="1">
-           <mxGeometry height="30" width="80" x="1070" y="1820" as="geometry" />
+           <mxGeometry height="30" width="80" x="1070" y="1830" as="geometry" />
        </mxCell>
        <mxCell id="NuW3Zga8PzYkLoYC-sN2-5" edge="1" parent="1" source="NuW3Zga8PzYkLoYC-sN2-2" style="edgeStyle=orthogonalEdgeStyle;rounded=0;orthogonalLoop=1;jettySize=auto;html=1;exitX=1;exitY=0.25;exitDx=0;exitDy=0;entryX=0;entryY=0.25;entryDx=0;entryDy=0;" target="NuW3Zga8PzYkLoYC-sN2-3">
          <mxGeometry relative="1" as="geometry" />
        </mxCell>
        <mxCell id="NuW3Zga8PzYkLoYC-sN2-7" connectable="0" parent="NuW3Zga8PzYkLoYC-sN2-5" style="edgeLabel;html=1;align=center;verticalAlign=middle;resizable=0;points=[];" value="Scan/连接/断开" vertex="1">
          <mxGeometry relative="1" x="-0.1231" as="geometry">
            <mxPoint as="offset" />
          </mxGeometry>
        </mxCell>
        <mxCell id="NuW3Zga8PzYkLoYC-sN2-6" edge="1" parent="1" source="NuW3Zga8PzYkLoYC-sN2-2" style="edgeStyle=orthogonalEdgeStyle;rounded=0;orthogonalLoop=1;jettySize=auto;html=1;exitX=1;exitY=0.75;exitDx=0;exitDy=0;entryX=0;entryY=0.75;entryDx=0;entryDy=0;" target="NuW3Zga8PzYkLoYC-sN2-3">
          <mxGeometry relative="1" as="geometry" />
        </mxCell>
        <mxCell id="NuW3Zga8PzYkLoYC-sN2-8" connectable="0" parent="NuW3Zga8PzYkLoYC-sN2-6" style="edgeLabel;html=1;align=center;verticalAlign=middle;resizable=0;points=[];" value="Send" vertex="1">
          <mxGeometry relative="1" x="-0.1354" y="2" as="geometry">
            <mxPoint as="offset" />
          </mxGeometry>
        </mxCell>
-         <mxCell id="NuW3Zga8PzYkLoYC-sN2-2" parent="1" style="rounded=1;whiteSpace=wrap;html=1;" value="BLECentralScale.cpp&lt;br&gt;蓝牙设备" vertex="1">
+         <mxCell id="NuW3Zga8PzYkLoYC-sN2-2" parent="1" style="rounded=1;whiteSpace=wrap;html=1;" value="BLECentralScale.cpp&lt;br&gt;蓝牙中心设备" vertex="1">
          <mxGeometry height="60" width="120" x="1070" y="1930" as="geometry" />
        </mxCell>
        <mxCell id="NuW3Zga8PzYkLoYC-sN2-10" edge="1" parent="1" source="NuW3Zga8PzYkLoYC-sN2-3" style="edgeStyle=orthogonalEdgeStyle;rounded=0;orthogonalLoop=1;jettySize=auto;html=1;" target="NuW3Zga8PzYkLoYC-sN2-9" value="">
          <mxGeometry relative="1" as="geometry" />
+         </mxCell>
+         <mxCell id="NuW3Zga8PzYkLoYC-sN2-15" edge="1" parent="1" source="NuW3Zga8PzYkLoYC-sN2-3" style="edgeStyle=orthogonalEdgeStyle;rounded=0;orthogonalLoop=1;jettySize=auto;html=1;exitX=0.5;exitY=1;exitDx=0;exitDy=0;startArrow=classic;startFill=1;endArrow=none;endFill=0;dashed=1;">
+           <mxGeometry relative="1" as="geometry">
+             <mxPoint x="1320" y="2010" as="targetPoint" />
+           </mxGeometry>
+         </mxCell>
+         <mxCell id="NuW3Zga8PzYkLoYC-sN2-16" connectable="0" parent="NuW3Zga8PzYkLoYC-sN2-15" style="edgeLabel;html=1;align=center;verticalAlign=middle;resizable=0;points=[];" value="串口" vertex="1">
+           <mxGeometry relative="1" x="0.2006" y="1" as="geometry">
+             <mxPoint as="offset" />
+           </mxGeometry>
        </mxCell>
        <mxCell id="NuW3Zga8PzYkLoYC-sN2-3" parent="1" style="rounded=1;whiteSpace=wrap;html=1;" value="&lt;b&gt;&lt;font style=&quot;color: rgb(255, 51, 51);&quot;&gt;Account::&lt;/font&gt;&lt;/b&gt;&lt;br&gt;ElecScaleCaliHandler.cpp" vertex="1">
          <mxGeometry height="60" width="150" x="1320" y="1930" as="geometry" />
        </mxCell>
        <mxCell id="NuW3Zga8PzYkLoYC-sN2-9" parent="1" style="rounded=1;whiteSpace=wrap;html=1;" value="&lt;b&gt;&lt;font style=&quot;color: rgb(255, 51, 51);&quot;&gt;Account::&lt;/font&gt;&lt;/b&gt;&lt;br&gt;BLE_Scale" vertex="1">
          <mxGeometry height="60" width="150" x="1510" y="1930" as="geometry" />
        </mxCell>
        <mxCell id="NuW3Zga8PzYkLoYC-sN2-11" parent="1" style="text;html=1;whiteSpace=wrap;strokeColor=none;fillColor=none;align=center;verticalAlign=middle;rounded=0;" value="接收数据" vertex="1">
          <mxGeometry height="30" width="60" x="1090" y="1900" as="geometry" />
        </mxCell>
        <mxCell id="NuW3Zga8PzYkLoYC-sN2-12" parent="1" style="text;html=1;whiteSpace=wrap;strokeColor=none;fillColor=none;align=center;verticalAlign=middle;rounded=0;" value="UART调用触发&amp;amp;发布pub" vertex="1">
          <mxGeometry height="30" width="140" x="1330" y="1900" as="geometry" />
        </mxCell>
        <mxCell id="NuW3Zga8PzYkLoYC-sN2-13" parent="1" style="text;html=1;whiteSpace=wrap;strokeColor=none;fillColor=none;align=center;verticalAlign=middle;rounded=0;" value="将解析好的数据进行PUB" vertex="1">
          <mxGeometry height="30" width="140" x="1510" y="1900" as="geometry" />
+         </mxCell>
+         <mxCell id="NuW3Zga8PzYkLoYC-sN2-14" parent="1" style="rounded=1;whiteSpace=wrap;html=1;" value="BLECentralScale.cpp&lt;br&gt;蓝牙外围设备" vertex="1">
+           <mxGeometry height="60" width="120" x="1070" y="2070" as="geometry" />
        </mxCell>
      </root>
    </mxGraphModel>
  </diagram>
</mxfile>
